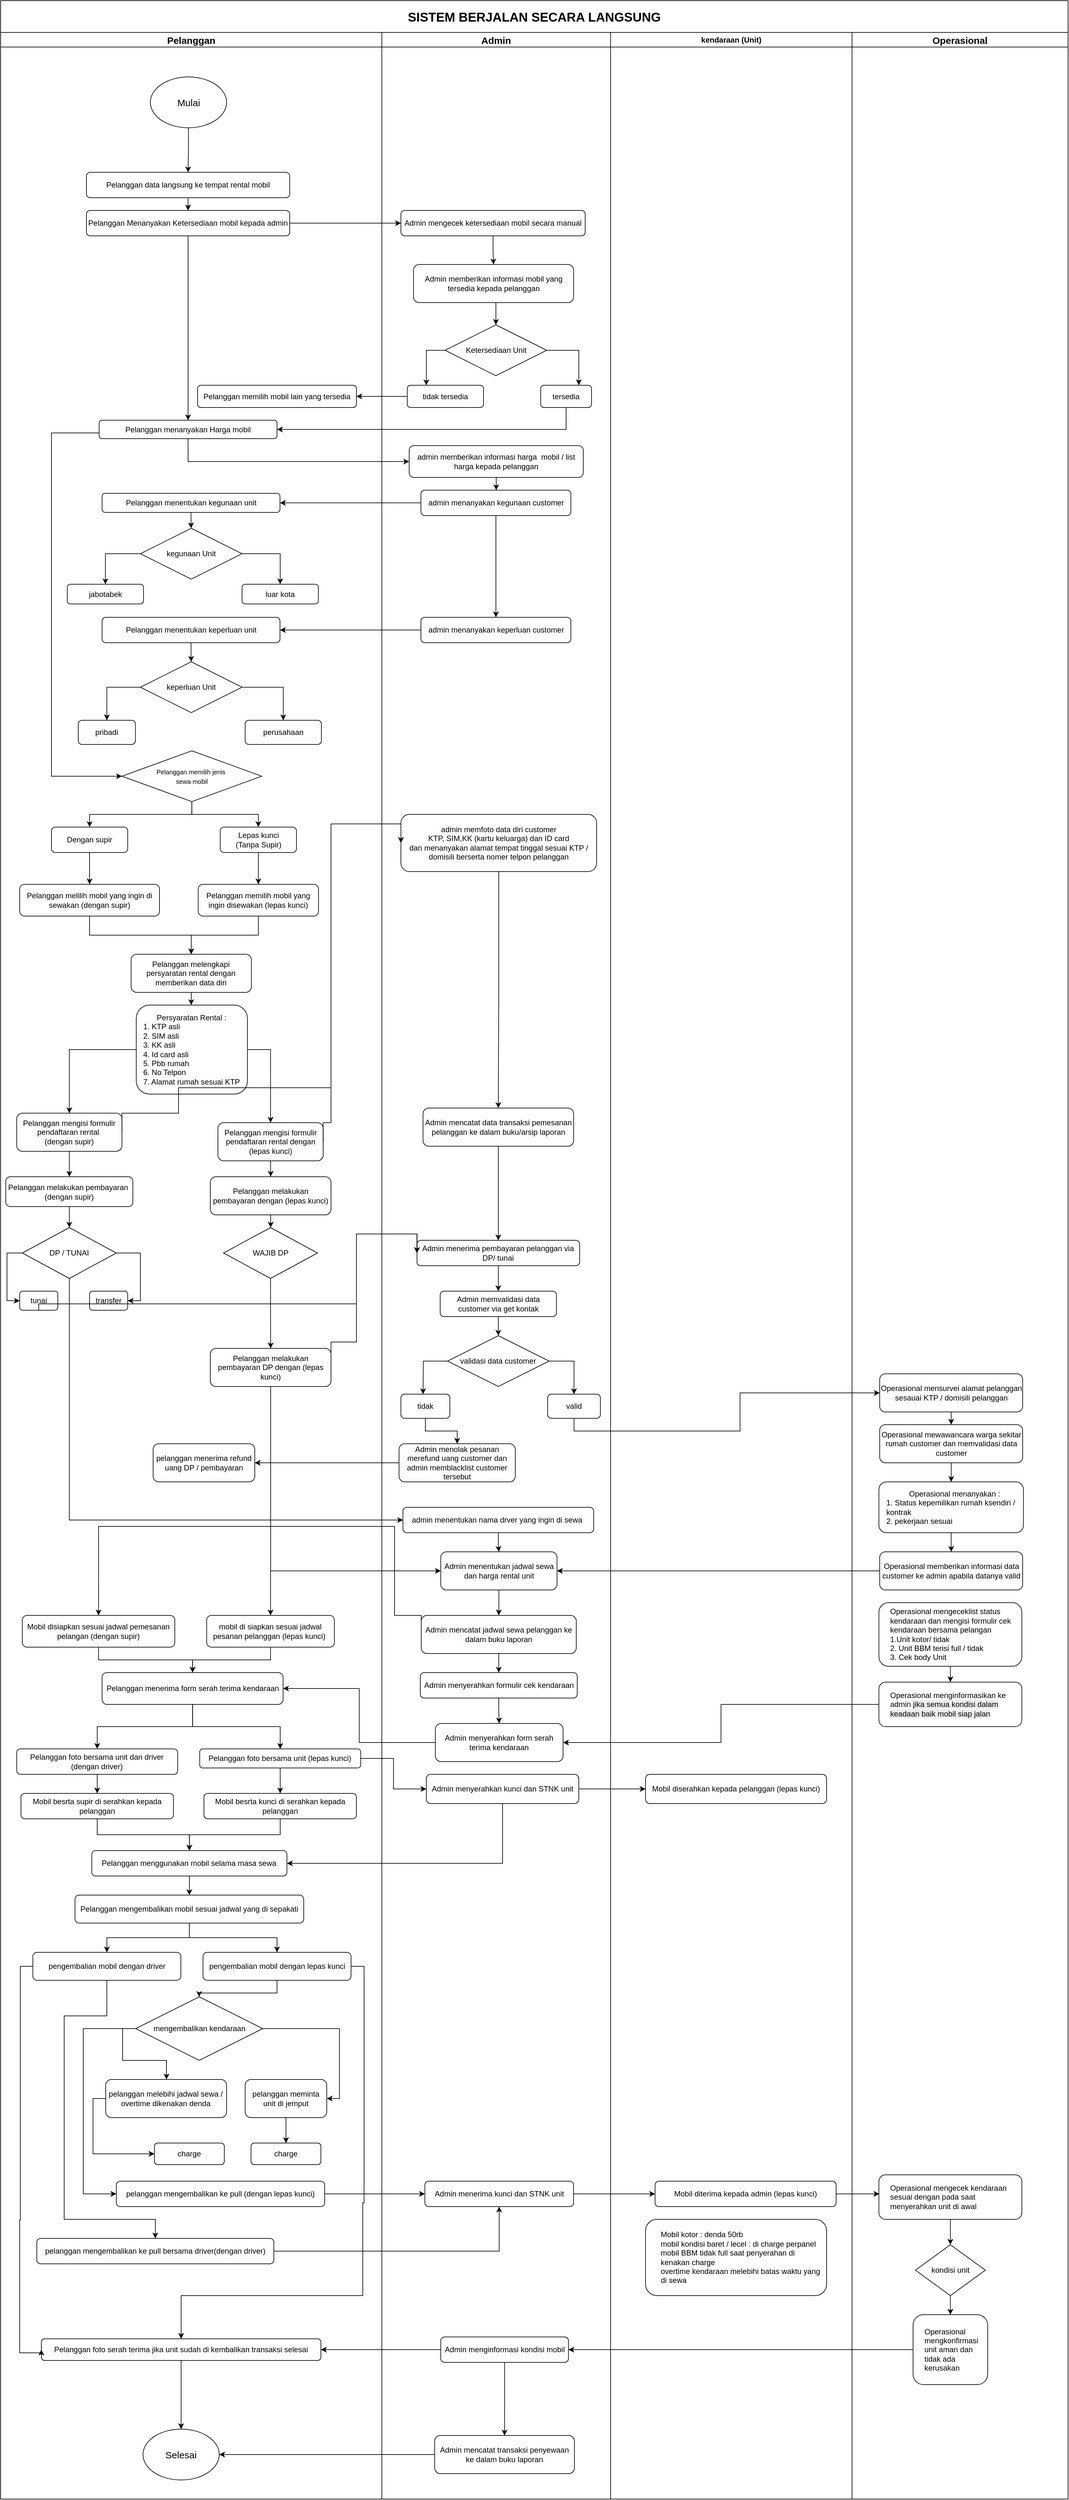
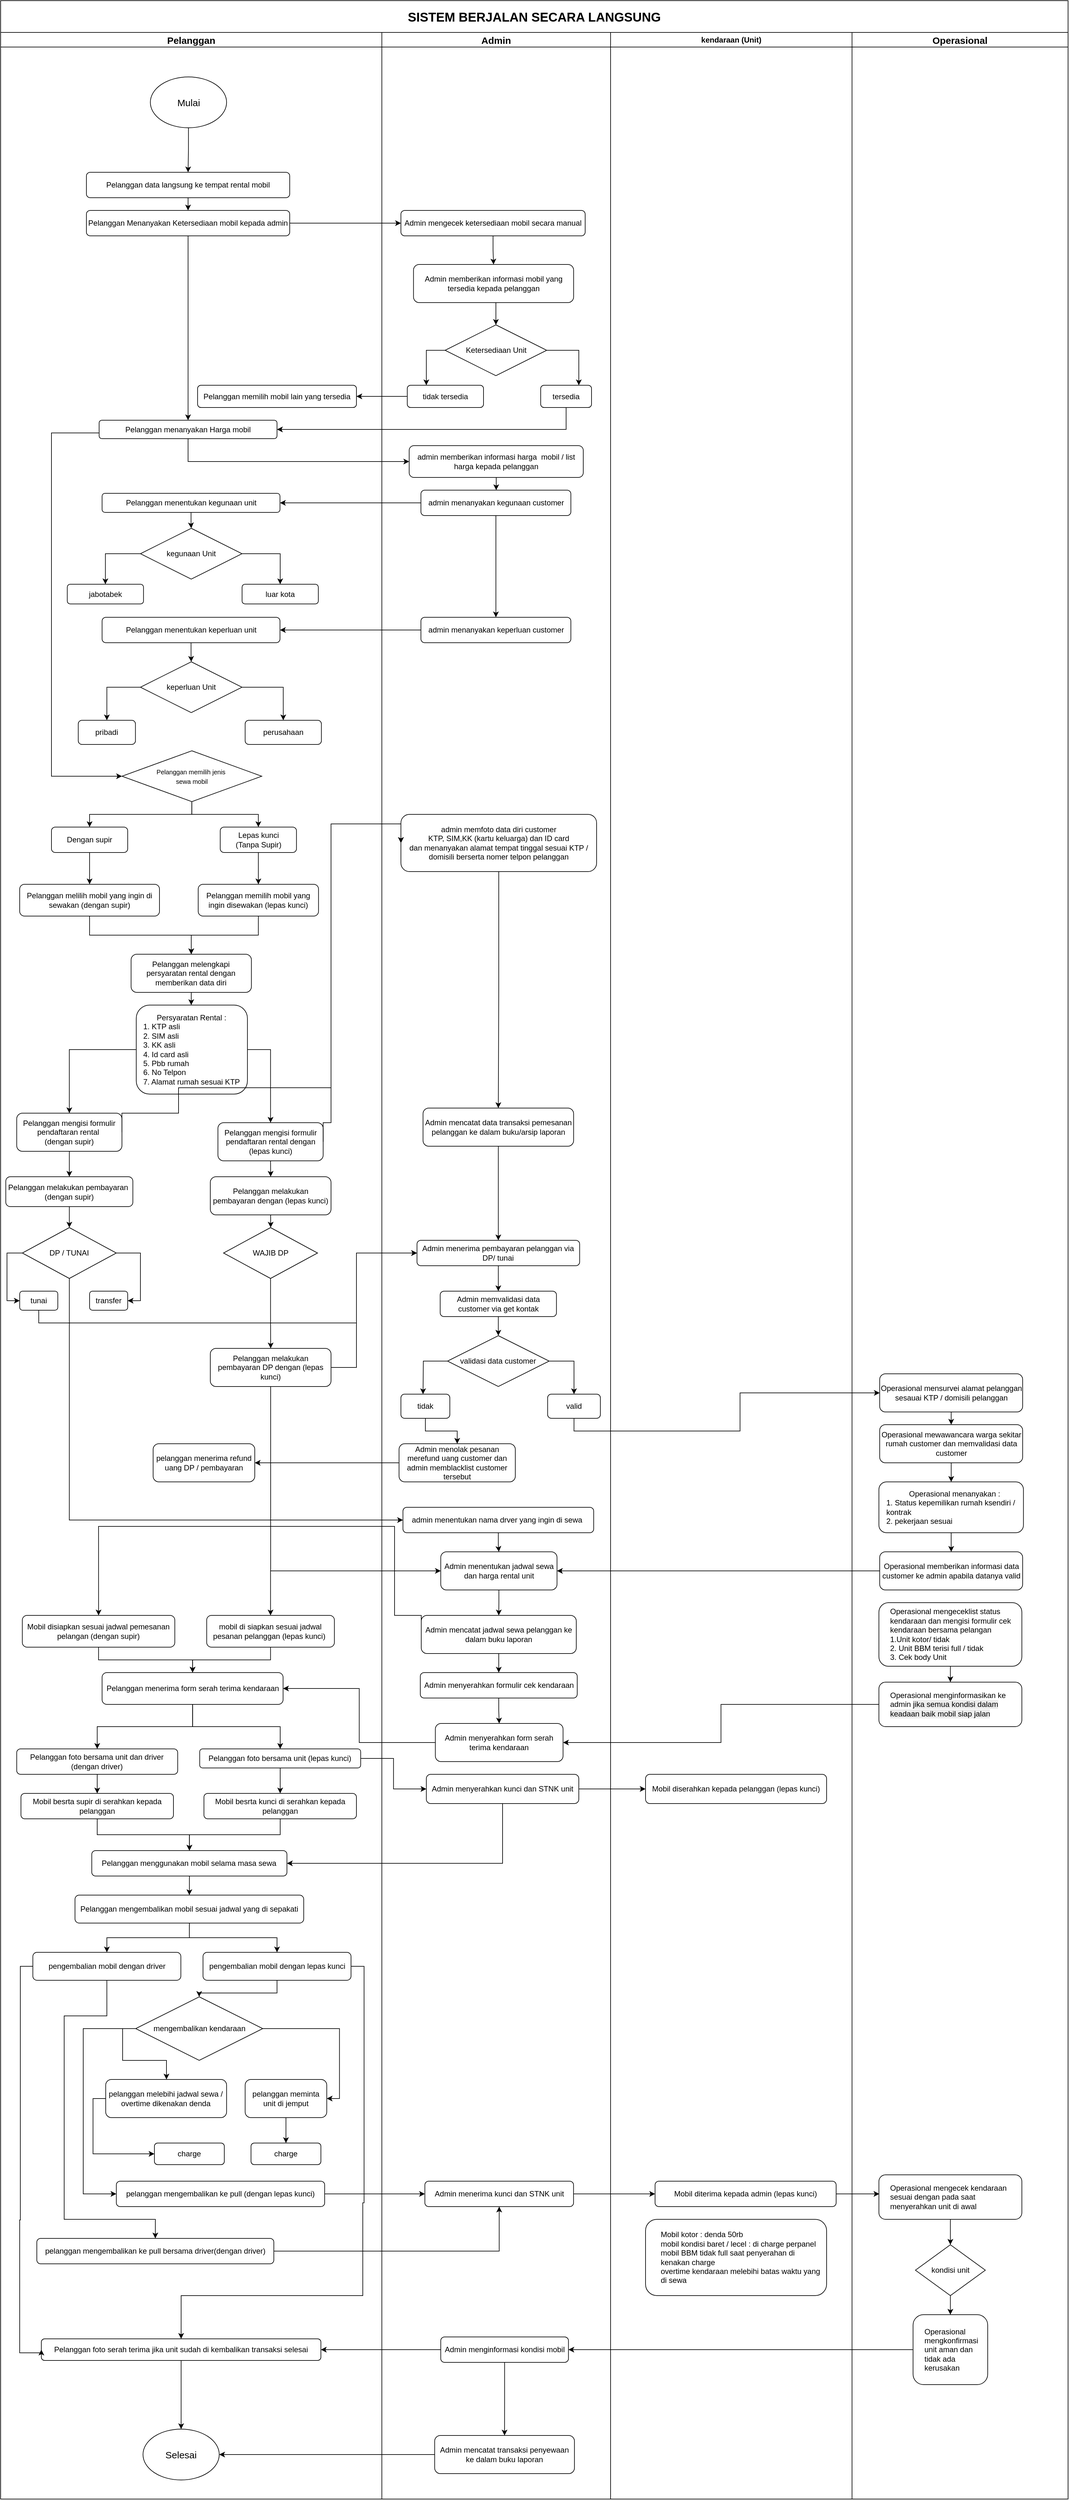
<mxfile host="Electron" agent="Mozilla/5.0 (Windows NT 10.0; Win64; x64) AppleWebKit/537.36 (KHTML, like Gecko) draw.io/28.2.8 Chrome/140.0.7339.240 Electron/38.4.0 Safari/537.36" version="28.2.8">
  <diagram name="Page-1" id="3ExR5CeUV8uwTbLbcqlm">
-     <mxGraphModel dx="580" dy="1031" grid="1" gridSize="10" guides="1" tooltips="1" connect="1" arrows="1" fold="1" page="1" pageScale="1" pageWidth="850" pageHeight="1100" math="0" shadow="0">
+     <mxGraphModel dx="1332" dy="673" grid="1" gridSize="10" guides="1" tooltips="1" connect="1" arrows="1" fold="1" page="1" pageScale="1" pageWidth="850" pageHeight="1100" math="0" shadow="0">
      <root>
        <mxCell id="0" />
        <mxCell id="1" parent="0" />
        <mxCell id="uilmpYevZJx9ksJLMTtC-47" value="&lt;font style=&quot;font-size: 20px;&quot;&gt;SISTEM BERJALAN SECARA LANGSUNG&lt;/font&gt;" style="swimlane;whiteSpace=wrap;html=1;startSize=50;spacingBottom=15;spacingTop=15;" parent="1" vertex="1">
          <mxGeometry y="50" width="1680" height="3930" as="geometry" />
        </mxCell>
        <mxCell id="uilmpYevZJx9ksJLMTtC-48" value="&lt;font style=&quot;font-size: 15px;&quot;&gt;Pelanggan&lt;/font&gt;" style="swimlane;whiteSpace=wrap;html=1;movable=1;resizable=1;rotatable=1;deletable=1;editable=1;locked=0;connectable=1;align=center;" parent="uilmpYevZJx9ksJLMTtC-47" vertex="1">
          <mxGeometry y="50" width="600" height="3880" as="geometry" />
        </mxCell>
        <mxCell id="uilmpYevZJx9ksJLMTtC-163" style="edgeStyle=orthogonalEdgeStyle;rounded=0;orthogonalLoop=1;jettySize=auto;html=1;entryX=0.5;entryY=0;entryDx=0;entryDy=0;" parent="uilmpYevZJx9ksJLMTtC-48" source="uilmpYevZJx9ksJLMTtC-141" target="uilmpYevZJx9ksJLMTtC-142" edge="1">
          <mxGeometry relative="1" as="geometry">
            <mxPoint x="300" y="220" as="targetPoint" />
          </mxGeometry>
        </mxCell>
        <mxCell id="uilmpYevZJx9ksJLMTtC-141" value="&lt;font style=&quot;font-size: 15px;&quot;&gt;Mulai&lt;/font&gt;" style="ellipse;whiteSpace=wrap;html=1;" parent="uilmpYevZJx9ksJLMTtC-48" vertex="1">
          <mxGeometry x="235.63" y="70" width="120" height="80" as="geometry" />
        </mxCell>
        <mxCell id="uilmpYevZJx9ksJLMTtC-142" value="Pelanggan data langsung ke tempat rental mobil" style="rounded=1;whiteSpace=wrap;html=1;" parent="uilmpYevZJx9ksJLMTtC-48" vertex="1">
          <mxGeometry x="135" y="220" width="320" height="40" as="geometry" />
        </mxCell>
        <mxCell id="uilmpYevZJx9ksJLMTtC-144" value="Pelanggan Menanyakan Ketersediaan mobil kepada admin" style="rounded=1;whiteSpace=wrap;html=1;movable=1;resizable=1;rotatable=1;deletable=1;editable=1;locked=0;connectable=1;" parent="uilmpYevZJx9ksJLMTtC-48" vertex="1">
          <mxGeometry x="135" y="280" width="320" height="40" as="geometry" />
        </mxCell>
        <mxCell id="uilmpYevZJx9ksJLMTtC-146" style="edgeStyle=orthogonalEdgeStyle;rounded=0;orthogonalLoop=1;jettySize=auto;html=1;exitX=0.5;exitY=1;exitDx=0;exitDy=0;entryX=0.5;entryY=0;entryDx=0;entryDy=0;" parent="uilmpYevZJx9ksJLMTtC-48" source="uilmpYevZJx9ksJLMTtC-142" target="uilmpYevZJx9ksJLMTtC-144" edge="1">
          <mxGeometry relative="1" as="geometry">
            <mxPoint x="299.1" y="280" as="sourcePoint" />
            <mxPoint x="299.1" y="320" as="targetPoint" />
          </mxGeometry>
        </mxCell>
        <mxCell id="raI7AupLIZjUfxGPhtXs-1" style="edgeStyle=orthogonalEdgeStyle;rounded=0;orthogonalLoop=1;jettySize=auto;html=1;entryX=0.5;entryY=0;entryDx=0;entryDy=0;exitX=0.5;exitY=1;exitDx=0;exitDy=0;" parent="uilmpYevZJx9ksJLMTtC-48" source="uilmpYevZJx9ksJLMTtC-144" target="wEwMwpZStO12QLeAhf4E-19" edge="1">
          <mxGeometry relative="1" as="geometry">
            <mxPoint x="299.09" y="380" as="sourcePoint" />
            <mxPoint x="299.09" y="420" as="targetPoint" />
          </mxGeometry>
        </mxCell>
        <mxCell id="wEwMwpZStO12QLeAhf4E-17" value="Pelanggan memilih mobil lain yang tersedia" style="rounded=1;whiteSpace=wrap;html=1;" parent="uilmpYevZJx9ksJLMTtC-48" vertex="1">
          <mxGeometry x="310" y="555" width="250" height="35" as="geometry" />
        </mxCell>
        <mxCell id="wEwMwpZStO12QLeAhf4E-49" style="edgeStyle=orthogonalEdgeStyle;rounded=0;orthogonalLoop=1;jettySize=auto;html=1;exitX=0;exitY=0.5;exitDx=0;exitDy=0;entryX=0;entryY=0.5;entryDx=0;entryDy=0;" parent="uilmpYevZJx9ksJLMTtC-48" source="wEwMwpZStO12QLeAhf4E-19" target="wEwMwpZStO12QLeAhf4E-51" edge="1">
          <mxGeometry relative="1" as="geometry">
            <mxPoint x="170" y="1440" as="targetPoint" />
            <Array as="points">
              <mxPoint x="155" y="630" />
              <mxPoint x="80" y="630" />
              <mxPoint x="80" y="1170" />
            </Array>
          </mxGeometry>
        </mxCell>
        <mxCell id="CMLTtE8jSu81u8HyvpTC-1" style="edgeStyle=orthogonalEdgeStyle;rounded=0;orthogonalLoop=1;jettySize=auto;html=1;exitX=0.5;exitY=1;exitDx=0;exitDy=0;entryX=0.5;entryY=0;entryDx=0;entryDy=0;" parent="uilmpYevZJx9ksJLMTtC-48" source="wEwMwpZStO12QLeAhf4E-51" target="wEwMwpZStO12QLeAhf4E-52" edge="1">
          <mxGeometry relative="1" as="geometry" />
        </mxCell>
        <mxCell id="CMLTtE8jSu81u8HyvpTC-2" style="edgeStyle=orthogonalEdgeStyle;rounded=0;orthogonalLoop=1;jettySize=auto;html=1;exitX=0.5;exitY=1;exitDx=0;exitDy=0;entryX=0.5;entryY=0;entryDx=0;entryDy=0;" parent="uilmpYevZJx9ksJLMTtC-48" source="wEwMwpZStO12QLeAhf4E-51" target="wEwMwpZStO12QLeAhf4E-198" edge="1">
          <mxGeometry relative="1" as="geometry" />
        </mxCell>
        <mxCell id="wEwMwpZStO12QLeAhf4E-51" value="&lt;font style=&quot;font-size: 10px;&quot;&gt;Pelanggan memilih jenis&amp;nbsp;&lt;/font&gt;&lt;div&gt;&lt;font style=&quot;font-size: 10px;&quot;&gt;sewa mobil&lt;/font&gt;&lt;/div&gt;" style="rhombus;whiteSpace=wrap;html=1;" parent="uilmpYevZJx9ksJLMTtC-48" vertex="1">
          <mxGeometry x="190.94" y="1130" width="220" height="80" as="geometry" />
        </mxCell>
        <mxCell id="wEwMwpZStO12QLeAhf4E-52" value="Lepas kunci&lt;div&gt;(Tanpa Supir)&lt;/div&gt;" style="rounded=1;whiteSpace=wrap;html=1;movable=1;resizable=1;rotatable=1;deletable=1;editable=1;locked=0;connectable=1;" parent="uilmpYevZJx9ksJLMTtC-48" vertex="1">
          <mxGeometry x="345.63" y="1250" width="120" height="40" as="geometry" />
        </mxCell>
        <mxCell id="wEwMwpZStO12QLeAhf4E-54" style="edgeStyle=orthogonalEdgeStyle;rounded=0;orthogonalLoop=1;jettySize=auto;html=1;labelBorderColor=default;exitX=0.5;exitY=1;exitDx=0;exitDy=0;entryX=0.5;entryY=0;entryDx=0;entryDy=0;" parent="uilmpYevZJx9ksJLMTtC-48" source="wEwMwpZStO12QLeAhf4E-52" target="wEwMwpZStO12QLeAhf4E-55" edge="1">
          <mxGeometry relative="1" as="geometry">
            <mxPoint x="323.39" y="1430" as="sourcePoint" />
            <mxPoint x="414.68499999999995" y="1450" as="targetPoint" />
          </mxGeometry>
        </mxCell>
        <mxCell id="wEwMwpZStO12QLeAhf4E-59" value="" style="edgeStyle=orthogonalEdgeStyle;rounded=0;orthogonalLoop=1;jettySize=auto;html=1;entryX=0.5;entryY=0;entryDx=0;entryDy=0;exitX=0.5;exitY=1;exitDx=0;exitDy=0;" parent="uilmpYevZJx9ksJLMTtC-48" source="wEwMwpZStO12QLeAhf4E-55" target="wEwMwpZStO12QLeAhf4E-58" edge="1">
          <mxGeometry relative="1" as="geometry">
            <mxPoint x="414.68499999999995" y="1510" as="sourcePoint" />
            <Array as="points">
              <mxPoint x="406" y="1420" />
              <mxPoint x="300" y="1420" />
            </Array>
          </mxGeometry>
        </mxCell>
        <mxCell id="wEwMwpZStO12QLeAhf4E-55" value="Pelanggan memilih mobil yang ingin disewakan (lepas kunci)" style="rounded=1;whiteSpace=wrap;html=1;movable=1;resizable=1;rotatable=1;deletable=1;editable=1;locked=0;connectable=1;" parent="uilmpYevZJx9ksJLMTtC-48" vertex="1">
          <mxGeometry x="310.95" y="1340" width="189.37" height="50" as="geometry" />
        </mxCell>
        <mxCell id="CMLTtE8jSu81u8HyvpTC-7" value="" style="edgeStyle=orthogonalEdgeStyle;rounded=0;orthogonalLoop=1;jettySize=auto;html=1;" parent="uilmpYevZJx9ksJLMTtC-48" source="wEwMwpZStO12QLeAhf4E-58" target="wEwMwpZStO12QLeAhf4E-60" edge="1">
          <mxGeometry relative="1" as="geometry" />
        </mxCell>
        <mxCell id="wEwMwpZStO12QLeAhf4E-58" value="Pelanggan melengkapi persyaratan rental dengan memberikan data diri" style="rounded=1;whiteSpace=wrap;html=1;" parent="uilmpYevZJx9ksJLMTtC-48" vertex="1">
          <mxGeometry x="205.32000000000005" y="1450" width="189.37" height="60" as="geometry" />
        </mxCell>
        <mxCell id="CMLTtE8jSu81u8HyvpTC-179" style="edgeStyle=orthogonalEdgeStyle;rounded=0;orthogonalLoop=1;jettySize=auto;html=1;exitX=0;exitY=0.5;exitDx=0;exitDy=0;entryX=0.5;entryY=0;entryDx=0;entryDy=0;" parent="uilmpYevZJx9ksJLMTtC-48" source="wEwMwpZStO12QLeAhf4E-60" target="CMLTtE8jSu81u8HyvpTC-12" edge="1">
          <mxGeometry relative="1" as="geometry" />
        </mxCell>
        <mxCell id="CMLTtE8jSu81u8HyvpTC-180" style="edgeStyle=orthogonalEdgeStyle;rounded=0;orthogonalLoop=1;jettySize=auto;html=1;exitX=1;exitY=0.5;exitDx=0;exitDy=0;entryX=0.5;entryY=0;entryDx=0;entryDy=0;" parent="uilmpYevZJx9ksJLMTtC-48" source="wEwMwpZStO12QLeAhf4E-60" target="CMLTtE8jSu81u8HyvpTC-178" edge="1">
          <mxGeometry relative="1" as="geometry">
            <mxPoint x="422.0250000000001" y="1830" as="targetPoint" />
          </mxGeometry>
        </mxCell>
        <mxCell id="wEwMwpZStO12QLeAhf4E-60" value="Persyaratan Rental :&lt;br&gt;&lt;div style=&quot;text-align: left;&quot;&gt;&lt;span style=&quot;background-color: transparent; color: light-dark(rgb(0, 0, 0), rgb(255, 255, 255));&quot;&gt;1. KTP asli&lt;/span&gt;&lt;/div&gt;&lt;div&gt;&lt;div style=&quot;text-align: left;&quot;&gt;&lt;span style=&quot;background-color: transparent; color: light-dark(rgb(0, 0, 0), rgb(255, 255, 255));&quot;&gt;2. SIM asli&lt;/span&gt;&lt;/div&gt;&lt;div style=&quot;text-align: left;&quot;&gt;&lt;span style=&quot;background-color: transparent; color: light-dark(rgb(0, 0, 0), rgb(255, 255, 255));&quot;&gt;3. KK asli&lt;/span&gt;&lt;/div&gt;&lt;div style=&quot;text-align: left;&quot;&gt;&lt;span style=&quot;background-color: transparent; color: light-dark(rgb(0, 0, 0), rgb(255, 255, 255));&quot;&gt;4. Id card asli&lt;/span&gt;&lt;/div&gt;&lt;div style=&quot;text-align: left;&quot;&gt;&lt;span style=&quot;background-color: transparent; color: light-dark(rgb(0, 0, 0), rgb(255, 255, 255));&quot;&gt;5. Pbb rumah&lt;/span&gt;&lt;/div&gt;&lt;div style=&quot;text-align: left;&quot;&gt;&lt;span style=&quot;background-color: transparent; color: light-dark(rgb(0, 0, 0), rgb(255, 255, 255));&quot;&gt;6. No Telpon&lt;/span&gt;&lt;/div&gt;&lt;div style=&quot;text-align: left;&quot;&gt;&lt;span style=&quot;background-color: transparent; color: light-dark(rgb(0, 0, 0), rgb(255, 255, 255));&quot;&gt;7. Alamat rumah sesuai KTP&lt;/span&gt;&lt;/div&gt;&lt;/div&gt;" style="rounded=1;whiteSpace=wrap;html=1;align=center;" parent="uilmpYevZJx9ksJLMTtC-48" vertex="1">
          <mxGeometry x="213.44" y="1530" width="175" height="140" as="geometry" />
        </mxCell>
        <mxCell id="CMLTtE8jSu81u8HyvpTC-361" style="edgeStyle=orthogonalEdgeStyle;rounded=0;orthogonalLoop=1;jettySize=auto;html=1;exitX=0.5;exitY=1;exitDx=0;exitDy=0;entryX=0.5;entryY=0;entryDx=0;entryDy=0;" parent="uilmpYevZJx9ksJLMTtC-48" source="wEwMwpZStO12QLeAhf4E-183" target="CMLTtE8jSu81u8HyvpTC-360" edge="1">
          <mxGeometry relative="1" as="geometry" />
        </mxCell>
        <mxCell id="wEwMwpZStO12QLeAhf4E-183" value="Pelanggan melakukan pembayaran&amp;nbsp;&lt;div&gt;(dengan supir)&lt;/div&gt;" style="rounded=1;whiteSpace=wrap;html=1;" parent="uilmpYevZJx9ksJLMTtC-48" vertex="1">
          <mxGeometry x="8.119999999999997" y="1800" width="200" height="47" as="geometry" />
        </mxCell>
        <mxCell id="wEwMwpZStO12QLeAhf4E-203" value="" style="edgeStyle=orthogonalEdgeStyle;rounded=0;orthogonalLoop=1;jettySize=auto;html=1;" parent="uilmpYevZJx9ksJLMTtC-48" source="wEwMwpZStO12QLeAhf4E-198" target="wEwMwpZStO12QLeAhf4E-201" edge="1">
          <mxGeometry relative="1" as="geometry" />
        </mxCell>
        <mxCell id="wEwMwpZStO12QLeAhf4E-198" value="Dengan supir" style="rounded=1;whiteSpace=wrap;html=1;" parent="uilmpYevZJx9ksJLMTtC-48" vertex="1">
          <mxGeometry x="80" y="1250" width="120" height="40" as="geometry" />
        </mxCell>
        <mxCell id="CMLTtE8jSu81u8HyvpTC-362" style="edgeStyle=orthogonalEdgeStyle;rounded=0;orthogonalLoop=1;jettySize=auto;html=1;exitX=0.5;exitY=1;exitDx=0;exitDy=0;entryX=0.5;entryY=0;entryDx=0;entryDy=0;" parent="uilmpYevZJx9ksJLMTtC-48" source="wEwMwpZStO12QLeAhf4E-201" target="wEwMwpZStO12QLeAhf4E-58" edge="1">
          <mxGeometry relative="1" as="geometry" />
        </mxCell>
        <mxCell id="wEwMwpZStO12QLeAhf4E-201" value="Pelanggan melilih mobil yang ingin di sewakan (dengan supir)" style="rounded=1;whiteSpace=wrap;html=1;" parent="uilmpYevZJx9ksJLMTtC-48" vertex="1">
          <mxGeometry x="30" y="1340" width="220" height="50" as="geometry" />
        </mxCell>
        <mxCell id="wEwMwpZStO12QLeAhf4E-385" value="" style="edgeStyle=orthogonalEdgeStyle;rounded=0;orthogonalLoop=1;jettySize=auto;html=1;" parent="uilmpYevZJx9ksJLMTtC-48" source="wEwMwpZStO12QLeAhf4E-381" target="wEwMwpZStO12QLeAhf4E-384" edge="1">
          <mxGeometry relative="1" as="geometry" />
        </mxCell>
        <mxCell id="CMLTtE8jSu81u8HyvpTC-569" style="edgeStyle=orthogonalEdgeStyle;rounded=0;orthogonalLoop=1;jettySize=auto;html=1;exitX=0.5;exitY=1;exitDx=0;exitDy=0;entryX=0.5;entryY=0;entryDx=0;entryDy=0;" parent="uilmpYevZJx9ksJLMTtC-48" source="wEwMwpZStO12QLeAhf4E-381" target="CMLTtE8jSu81u8HyvpTC-568" edge="1">
          <mxGeometry relative="1" as="geometry" />
        </mxCell>
        <mxCell id="wEwMwpZStO12QLeAhf4E-381" value="Pelanggan menerima form serah terima kendaraan" style="rounded=1;whiteSpace=wrap;html=1;" parent="uilmpYevZJx9ksJLMTtC-48" vertex="1">
          <mxGeometry x="159.68" y="2580" width="284.87" height="50" as="geometry" />
        </mxCell>
        <mxCell id="CMLTtE8jSu81u8HyvpTC-572" value="" style="edgeStyle=orthogonalEdgeStyle;rounded=0;orthogonalLoop=1;jettySize=auto;html=1;" parent="uilmpYevZJx9ksJLMTtC-48" source="wEwMwpZStO12QLeAhf4E-384" target="CMLTtE8jSu81u8HyvpTC-571" edge="1">
          <mxGeometry relative="1" as="geometry" />
        </mxCell>
        <mxCell id="wEwMwpZStO12QLeAhf4E-384" value="Pelanggan foto bersama unit (lepas kunci)" style="rounded=1;whiteSpace=wrap;html=1;" parent="uilmpYevZJx9ksJLMTtC-48" vertex="1">
          <mxGeometry x="313.31" y="2700" width="253.37" height="30" as="geometry" />
        </mxCell>
        <mxCell id="CMLTtE8jSu81u8HyvpTC-12" value="Pelanggan mengisi formulir pendaftaran rental&amp;nbsp;&lt;div&gt;(dengan supir)&lt;/div&gt;" style="rounded=1;whiteSpace=wrap;html=1;" parent="uilmpYevZJx9ksJLMTtC-48" vertex="1">
          <mxGeometry x="25.309999999999988" y="1700" width="165.63" height="60" as="geometry" />
        </mxCell>
        <mxCell id="CMLTtE8jSu81u8HyvpTC-355" style="edgeStyle=orthogonalEdgeStyle;rounded=0;orthogonalLoop=1;jettySize=auto;html=1;exitX=0.5;exitY=1;exitDx=0;exitDy=0;entryX=0.5;entryY=0;entryDx=0;entryDy=0;" parent="uilmpYevZJx9ksJLMTtC-48" source="CMLTtE8jSu81u8HyvpTC-178" target="CMLTtE8jSu81u8HyvpTC-352" edge="1">
          <mxGeometry relative="1" as="geometry">
            <mxPoint x="422.0250000000001" y="1890" as="sourcePoint" />
            <mxPoint x="422.02999999999975" y="1933" as="targetPoint" />
          </mxGeometry>
        </mxCell>
        <mxCell id="CMLTtE8jSu81u8HyvpTC-357" value="" style="edgeStyle=orthogonalEdgeStyle;rounded=0;orthogonalLoop=1;jettySize=auto;html=1;exitX=0.5;exitY=1;exitDx=0;exitDy=0;" parent="uilmpYevZJx9ksJLMTtC-48" source="CMLTtE8jSu81u8HyvpTC-352" target="CMLTtE8jSu81u8HyvpTC-356" edge="1">
          <mxGeometry relative="1" as="geometry">
            <mxPoint x="430" y="1870" as="sourcePoint" />
          </mxGeometry>
        </mxCell>
        <mxCell id="CMLTtE8jSu81u8HyvpTC-352" value="Pelanggan melakukan pembayaran dengan (lepas kunci)" style="rounded=1;whiteSpace=wrap;html=1;" parent="uilmpYevZJx9ksJLMTtC-48" vertex="1">
          <mxGeometry x="330" y="1800" width="190" height="60" as="geometry" />
        </mxCell>
        <mxCell id="CMLTtE8jSu81u8HyvpTC-354" style="edgeStyle=orthogonalEdgeStyle;rounded=0;orthogonalLoop=1;jettySize=auto;html=1;exitX=0.5;exitY=1;exitDx=0;exitDy=0;entryX=0.5;entryY=0;entryDx=0;entryDy=0;" parent="uilmpYevZJx9ksJLMTtC-48" source="CMLTtE8jSu81u8HyvpTC-12" target="wEwMwpZStO12QLeAhf4E-183" edge="1">
          <mxGeometry relative="1" as="geometry" />
        </mxCell>
        <mxCell id="wEwMwpZStO12QLeAhf4E-210" value="pelanggan menerima refund uang DP / pembayaran" style="rounded=1;whiteSpace=wrap;html=1;" parent="uilmpYevZJx9ksJLMTtC-48" vertex="1">
          <mxGeometry x="240.00000000000006" y="2220" width="160" height="60" as="geometry" />
        </mxCell>
        <mxCell id="CMLTtE8jSu81u8HyvpTC-371" style="edgeStyle=orthogonalEdgeStyle;rounded=0;orthogonalLoop=1;jettySize=auto;html=1;exitX=0.5;exitY=1;exitDx=0;exitDy=0;entryX=0.5;entryY=0;entryDx=0;entryDy=0;" parent="uilmpYevZJx9ksJLMTtC-48" source="CMLTtE8jSu81u8HyvpTC-356" target="CMLTtE8jSu81u8HyvpTC-359" edge="1">
          <mxGeometry relative="1" as="geometry" />
        </mxCell>
        <mxCell id="CMLTtE8jSu81u8HyvpTC-356" value="WAJIB DP" style="rhombus;whiteSpace=wrap;html=1;" parent="uilmpYevZJx9ksJLMTtC-48" vertex="1">
          <mxGeometry x="350.8299999999999" y="1880" width="147.97" height="80" as="geometry" />
        </mxCell>
        <mxCell id="CMLTtE8jSu81u8HyvpTC-359" value="Pelanggan melakukan pembayaran DP dengan (lepas kunci)" style="rounded=1;whiteSpace=wrap;html=1;" parent="uilmpYevZJx9ksJLMTtC-48" vertex="1">
          <mxGeometry x="329.9999999999999" y="2070" width="190" height="60" as="geometry" />
        </mxCell>
        <mxCell id="CMLTtE8jSu81u8HyvpTC-367" style="edgeStyle=orthogonalEdgeStyle;rounded=0;orthogonalLoop=1;jettySize=auto;html=1;exitX=1;exitY=0.5;exitDx=0;exitDy=0;entryX=1;entryY=0.5;entryDx=0;entryDy=0;" parent="uilmpYevZJx9ksJLMTtC-48" source="CMLTtE8jSu81u8HyvpTC-360" target="CMLTtE8jSu81u8HyvpTC-366" edge="1">
          <mxGeometry relative="1" as="geometry" />
        </mxCell>
        <mxCell id="CMLTtE8jSu81u8HyvpTC-368" style="edgeStyle=orthogonalEdgeStyle;rounded=0;orthogonalLoop=1;jettySize=auto;html=1;exitX=0;exitY=0.5;exitDx=0;exitDy=0;entryX=0;entryY=0.5;entryDx=0;entryDy=0;" parent="uilmpYevZJx9ksJLMTtC-48" source="CMLTtE8jSu81u8HyvpTC-360" target="CMLTtE8jSu81u8HyvpTC-365" edge="1">
          <mxGeometry relative="1" as="geometry" />
        </mxCell>
        <mxCell id="CMLTtE8jSu81u8HyvpTC-360" value="DP / TUNAI" style="rhombus;whiteSpace=wrap;html=1;" parent="uilmpYevZJx9ksJLMTtC-48" vertex="1">
          <mxGeometry x="34.139999999999986" y="1880" width="147.97" height="80" as="geometry" />
        </mxCell>
        <mxCell id="wEwMwpZStO12QLeAhf4E-19" value="Pelanggan menanyakan Harga mobil" style="rounded=1;whiteSpace=wrap;html=1;" parent="uilmpYevZJx9ksJLMTtC-48" vertex="1">
          <mxGeometry x="155" y="610" width="280" height="29" as="geometry" />
        </mxCell>
        <mxCell id="wEwMwpZStO12QLeAhf4E-36" value="Pelanggan menentukan kegunaan unit" style="rounded=1;whiteSpace=wrap;html=1;movable=1;resizable=1;rotatable=1;deletable=1;editable=1;locked=0;connectable=1;" parent="uilmpYevZJx9ksJLMTtC-48" vertex="1">
          <mxGeometry x="159.68" y="725" width="280" height="30" as="geometry" />
        </mxCell>
        <mxCell id="wEwMwpZStO12QLeAhf4E-29" value="kegunaan Unit" style="rhombus;whiteSpace=wrap;html=1;" parent="uilmpYevZJx9ksJLMTtC-48" vertex="1">
          <mxGeometry x="220" y="780" width="160" height="80" as="geometry" />
        </mxCell>
        <mxCell id="wEwMwpZStO12QLeAhf4E-32" value="luar kota" style="rounded=1;whiteSpace=wrap;html=1;" parent="uilmpYevZJx9ksJLMTtC-48" vertex="1">
          <mxGeometry x="380" y="868" width="120" height="31" as="geometry" />
        </mxCell>
        <mxCell id="wEwMwpZStO12QLeAhf4E-31" value="jabotabek" style="rounded=1;whiteSpace=wrap;html=1;" parent="uilmpYevZJx9ksJLMTtC-48" vertex="1">
          <mxGeometry x="104.87" y="868" width="120" height="31" as="geometry" />
        </mxCell>
        <mxCell id="wEwMwpZStO12QLeAhf4E-33" style="edgeStyle=orthogonalEdgeStyle;rounded=0;orthogonalLoop=1;jettySize=auto;html=1;exitX=1;exitY=0.5;exitDx=0;exitDy=0;entryX=0.5;entryY=0;entryDx=0;entryDy=0;" parent="uilmpYevZJx9ksJLMTtC-48" source="wEwMwpZStO12QLeAhf4E-29" target="wEwMwpZStO12QLeAhf4E-32" edge="1">
          <mxGeometry relative="1" as="geometry" />
        </mxCell>
        <mxCell id="wEwMwpZStO12QLeAhf4E-34" style="edgeStyle=orthogonalEdgeStyle;rounded=0;orthogonalLoop=1;jettySize=auto;html=1;exitX=0;exitY=0.5;exitDx=0;exitDy=0;entryX=0.5;entryY=0;entryDx=0;entryDy=0;" parent="uilmpYevZJx9ksJLMTtC-48" source="wEwMwpZStO12QLeAhf4E-29" target="wEwMwpZStO12QLeAhf4E-31" edge="1">
          <mxGeometry relative="1" as="geometry" />
        </mxCell>
        <mxCell id="wEwMwpZStO12QLeAhf4E-30" value="" style="edgeStyle=orthogonalEdgeStyle;rounded=0;orthogonalLoop=1;jettySize=auto;html=1;exitX=0.5;exitY=1;exitDx=0;exitDy=0;" parent="uilmpYevZJx9ksJLMTtC-48" source="wEwMwpZStO12QLeAhf4E-36" target="wEwMwpZStO12QLeAhf4E-29" edge="1">
          <mxGeometry relative="1" as="geometry" />
        </mxCell>
        <mxCell id="wEwMwpZStO12QLeAhf4E-41" value="keperluan Unit" style="rhombus;whiteSpace=wrap;html=1;" parent="uilmpYevZJx9ksJLMTtC-48" vertex="1">
          <mxGeometry x="220" y="990" width="160" height="80" as="geometry" />
        </mxCell>
        <mxCell id="wEwMwpZStO12QLeAhf4E-42" value="perusahaan" style="rounded=1;whiteSpace=wrap;html=1;" parent="uilmpYevZJx9ksJLMTtC-48" vertex="1">
          <mxGeometry x="384.84000000000003" y="1082" width="120" height="38" as="geometry" />
        </mxCell>
        <mxCell id="wEwMwpZStO12QLeAhf4E-43" value="pribadi" style="rounded=1;whiteSpace=wrap;html=1;" parent="uilmpYevZJx9ksJLMTtC-48" vertex="1">
          <mxGeometry x="122.18" y="1082" width="90" height="38" as="geometry" />
        </mxCell>
        <mxCell id="wEwMwpZStO12QLeAhf4E-44" style="edgeStyle=orthogonalEdgeStyle;rounded=0;orthogonalLoop=1;jettySize=auto;html=1;exitX=1;exitY=0.5;exitDx=0;exitDy=0;entryX=0.5;entryY=0;entryDx=0;entryDy=0;" parent="uilmpYevZJx9ksJLMTtC-48" source="wEwMwpZStO12QLeAhf4E-41" target="wEwMwpZStO12QLeAhf4E-42" edge="1">
          <mxGeometry relative="1" as="geometry" />
        </mxCell>
        <mxCell id="wEwMwpZStO12QLeAhf4E-45" style="edgeStyle=orthogonalEdgeStyle;rounded=0;orthogonalLoop=1;jettySize=auto;html=1;exitX=0;exitY=0.5;exitDx=0;exitDy=0;entryX=0.5;entryY=0;entryDx=0;entryDy=0;" parent="uilmpYevZJx9ksJLMTtC-48" source="wEwMwpZStO12QLeAhf4E-41" target="wEwMwpZStO12QLeAhf4E-43" edge="1">
          <mxGeometry relative="1" as="geometry" />
        </mxCell>
        <mxCell id="wEwMwpZStO12QLeAhf4E-27" value="" style="edgeStyle=orthogonalEdgeStyle;rounded=0;orthogonalLoop=1;jettySize=auto;html=1;" parent="uilmpYevZJx9ksJLMTtC-48" source="wEwMwpZStO12QLeAhf4E-21" target="wEwMwpZStO12QLeAhf4E-26" edge="1">
          <mxGeometry relative="1" as="geometry" />
        </mxCell>
        <mxCell id="wEwMwpZStO12QLeAhf4E-21" value="admin memberikan informasi harga&amp;nbsp; mobil / list harga kepada pelanggan" style="rounded=1;whiteSpace=wrap;html=1;" parent="uilmpYevZJx9ksJLMTtC-48" vertex="1">
          <mxGeometry x="643" y="650" width="274" height="50" as="geometry" />
        </mxCell>
        <mxCell id="wEwMwpZStO12QLeAhf4E-39" style="edgeStyle=orthogonalEdgeStyle;rounded=0;orthogonalLoop=1;jettySize=auto;html=1;exitX=0.5;exitY=1;exitDx=0;exitDy=0;" parent="uilmpYevZJx9ksJLMTtC-48" source="wEwMwpZStO12QLeAhf4E-26" target="wEwMwpZStO12QLeAhf4E-38" edge="1">
          <mxGeometry relative="1" as="geometry" />
        </mxCell>
        <mxCell id="wEwMwpZStO12QLeAhf4E-26" value="admin menanyakan kegunaan customer" style="rounded=1;whiteSpace=wrap;html=1;" parent="uilmpYevZJx9ksJLMTtC-48" vertex="1">
          <mxGeometry x="661.5" y="720" width="236" height="40" as="geometry" />
        </mxCell>
        <mxCell id="wEwMwpZStO12QLeAhf4E-40" value="Pelanggan menentukan keperluan unit" style="rounded=1;whiteSpace=wrap;html=1;" parent="uilmpYevZJx9ksJLMTtC-48" vertex="1">
          <mxGeometry x="159.68" y="920" width="280" height="40" as="geometry" />
        </mxCell>
        <mxCell id="wEwMwpZStO12QLeAhf4E-47" style="edgeStyle=orthogonalEdgeStyle;rounded=0;orthogonalLoop=1;jettySize=auto;html=1;exitX=0;exitY=0.5;exitDx=0;exitDy=0;entryX=1;entryY=0.5;entryDx=0;entryDy=0;" parent="uilmpYevZJx9ksJLMTtC-48" source="wEwMwpZStO12QLeAhf4E-38" target="wEwMwpZStO12QLeAhf4E-40" edge="1">
          <mxGeometry relative="1" as="geometry" />
        </mxCell>
        <mxCell id="wEwMwpZStO12QLeAhf4E-38" value="admin menanyakan keperluan customer" style="rounded=1;whiteSpace=wrap;html=1;" parent="uilmpYevZJx9ksJLMTtC-48" vertex="1">
          <mxGeometry x="661.5" y="920" width="236" height="40" as="geometry" />
        </mxCell>
        <mxCell id="wEwMwpZStO12QLeAhf4E-23" style="edgeStyle=orthogonalEdgeStyle;rounded=0;orthogonalLoop=1;jettySize=auto;html=1;exitX=0.5;exitY=1;exitDx=0;exitDy=0;entryX=0;entryY=0.5;entryDx=0;entryDy=0;" parent="uilmpYevZJx9ksJLMTtC-48" source="wEwMwpZStO12QLeAhf4E-19" target="wEwMwpZStO12QLeAhf4E-21" edge="1">
          <mxGeometry relative="1" as="geometry" />
        </mxCell>
        <mxCell id="wEwMwpZStO12QLeAhf4E-37" style="edgeStyle=orthogonalEdgeStyle;rounded=0;orthogonalLoop=1;jettySize=auto;html=1;exitX=0;exitY=0.5;exitDx=0;exitDy=0;entryX=1;entryY=0.5;entryDx=0;entryDy=0;" parent="uilmpYevZJx9ksJLMTtC-48" source="wEwMwpZStO12QLeAhf4E-26" target="wEwMwpZStO12QLeAhf4E-36" edge="1">
          <mxGeometry relative="1" as="geometry" />
        </mxCell>
        <mxCell id="wEwMwpZStO12QLeAhf4E-46" value="" style="edgeStyle=orthogonalEdgeStyle;rounded=0;orthogonalLoop=1;jettySize=auto;html=1;exitX=0.5;exitY=1;exitDx=0;exitDy=0;" parent="uilmpYevZJx9ksJLMTtC-48" source="wEwMwpZStO12QLeAhf4E-40" target="wEwMwpZStO12QLeAhf4E-41" edge="1">
          <mxGeometry relative="1" as="geometry">
            <mxPoint x="300" y="970" as="sourcePoint" />
          </mxGeometry>
        </mxCell>
        <mxCell id="CMLTtE8jSu81u8HyvpTC-178" value="Pelanggan mengisi formulir pendaftaran rental dengan (lepas kunci)" style="rounded=1;whiteSpace=wrap;html=1;" parent="uilmpYevZJx9ksJLMTtC-48" vertex="1">
          <mxGeometry x="342.00000000000006" y="1715" width="165.63" height="60" as="geometry" />
        </mxCell>
        <mxCell id="CMLTtE8jSu81u8HyvpTC-365" value="tunai" style="rounded=1;whiteSpace=wrap;html=1;" parent="uilmpYevZJx9ksJLMTtC-48" vertex="1">
          <mxGeometry x="30" y="1980" width="60" height="30" as="geometry" />
        </mxCell>
        <mxCell id="CMLTtE8jSu81u8HyvpTC-366" value="transfer" style="rounded=1;whiteSpace=wrap;html=1;" parent="uilmpYevZJx9ksJLMTtC-48" vertex="1">
          <mxGeometry x="140" y="1980" width="60" height="30" as="geometry" />
        </mxCell>
        <mxCell id="CMLTtE8jSu81u8HyvpTC-573" value="" style="edgeStyle=orthogonalEdgeStyle;rounded=0;orthogonalLoop=1;jettySize=auto;html=1;" parent="uilmpYevZJx9ksJLMTtC-48" source="CMLTtE8jSu81u8HyvpTC-552" target="uilmpYevZJx9ksJLMTtC-179" edge="1">
          <mxGeometry relative="1" as="geometry" />
        </mxCell>
        <mxCell id="CMLTtE8jSu81u8HyvpTC-552" value="Mobil besrta supir di serahkan kepada pelanggan" style="rounded=1;whiteSpace=wrap;html=1;" parent="uilmpYevZJx9ksJLMTtC-48" vertex="1">
          <mxGeometry x="31.99" y="2770" width="240" height="40" as="geometry" />
        </mxCell>
        <mxCell id="CMLTtE8jSu81u8HyvpTC-566" style="edgeStyle=orthogonalEdgeStyle;rounded=0;orthogonalLoop=1;jettySize=auto;html=1;exitX=0.5;exitY=1;exitDx=0;exitDy=0;entryX=0.5;entryY=0;entryDx=0;entryDy=0;" parent="uilmpYevZJx9ksJLMTtC-48" source="wEwMwpZStO12QLeAhf4E-217" target="wEwMwpZStO12QLeAhf4E-381" edge="1">
          <mxGeometry relative="1" as="geometry" />
        </mxCell>
        <mxCell id="wEwMwpZStO12QLeAhf4E-217" value="mobil di siapkan sesuai jadwal pesanan pelanggan (lepas kunci)&amp;nbsp;" style="rounded=1;whiteSpace=wrap;html=1;" parent="uilmpYevZJx9ksJLMTtC-48" vertex="1">
          <mxGeometry x="324.31" y="2490" width="201" height="50" as="geometry" />
        </mxCell>
        <mxCell id="CMLTtE8jSu81u8HyvpTC-567" style="edgeStyle=orthogonalEdgeStyle;rounded=0;orthogonalLoop=1;jettySize=auto;html=1;exitX=0.5;exitY=1;exitDx=0;exitDy=0;entryX=0.5;entryY=0;entryDx=0;entryDy=0;" parent="uilmpYevZJx9ksJLMTtC-48" source="CMLTtE8jSu81u8HyvpTC-550" target="wEwMwpZStO12QLeAhf4E-381" edge="1">
          <mxGeometry relative="1" as="geometry" />
        </mxCell>
        <mxCell id="CMLTtE8jSu81u8HyvpTC-550" value="Mobil disiapkan sesuai jadwal pemesanan pelangan (dengan supir)" style="rounded=1;whiteSpace=wrap;html=1;" parent="uilmpYevZJx9ksJLMTtC-48" vertex="1">
          <mxGeometry x="34.14000000000004" y="2490" width="240" height="50" as="geometry" />
        </mxCell>
        <mxCell id="CMLTtE8jSu81u8HyvpTC-570" value="" style="edgeStyle=orthogonalEdgeStyle;rounded=0;orthogonalLoop=1;jettySize=auto;html=1;" parent="uilmpYevZJx9ksJLMTtC-48" source="CMLTtE8jSu81u8HyvpTC-568" target="CMLTtE8jSu81u8HyvpTC-552" edge="1">
          <mxGeometry relative="1" as="geometry" />
        </mxCell>
        <mxCell id="CMLTtE8jSu81u8HyvpTC-568" value="Pelanggan foto bersama unit dan driver (dengan driver)" style="rounded=1;whiteSpace=wrap;html=1;" parent="uilmpYevZJx9ksJLMTtC-48" vertex="1">
          <mxGeometry x="25.31" y="2700" width="253.37" height="40" as="geometry" />
        </mxCell>
        <mxCell id="CMLTtE8jSu81u8HyvpTC-574" value="" style="edgeStyle=orthogonalEdgeStyle;rounded=0;orthogonalLoop=1;jettySize=auto;html=1;" parent="uilmpYevZJx9ksJLMTtC-48" source="CMLTtE8jSu81u8HyvpTC-571" target="uilmpYevZJx9ksJLMTtC-179" edge="1">
          <mxGeometry relative="1" as="geometry" />
        </mxCell>
        <mxCell id="CMLTtE8jSu81u8HyvpTC-571" value="Mobil besrta kunci di serahkan kepada pelanggan" style="rounded=1;whiteSpace=wrap;html=1;" parent="uilmpYevZJx9ksJLMTtC-48" vertex="1">
          <mxGeometry x="319.99" y="2770" width="240" height="40" as="geometry" />
        </mxCell>
        <mxCell id="wEwMwpZStO12QLeAhf4E-388" value="" style="edgeStyle=orthogonalEdgeStyle;rounded=0;orthogonalLoop=1;jettySize=auto;html=1;" parent="uilmpYevZJx9ksJLMTtC-48" source="uilmpYevZJx9ksJLMTtC-179" target="wEwMwpZStO12QLeAhf4E-387" edge="1">
          <mxGeometry relative="1" as="geometry" />
        </mxCell>
        <mxCell id="uilmpYevZJx9ksJLMTtC-179" value="Pelanggan menggunakan mobil selama masa sewa" style="rounded=1;whiteSpace=wrap;html=1;" parent="uilmpYevZJx9ksJLMTtC-48" vertex="1">
          <mxGeometry x="143.45" y="2860" width="307.18" height="40" as="geometry" />
        </mxCell>
        <mxCell id="wEwMwpZStO12QLeAhf4E-397" value="" style="edgeStyle=orthogonalEdgeStyle;rounded=0;orthogonalLoop=1;jettySize=auto;html=1;" parent="uilmpYevZJx9ksJLMTtC-48" source="wEwMwpZStO12QLeAhf4E-387" target="CMLTtE8jSu81u8HyvpTC-579" edge="1">
          <mxGeometry relative="1" as="geometry" />
        </mxCell>
        <mxCell id="CMLTtE8jSu81u8HyvpTC-580" style="edgeStyle=orthogonalEdgeStyle;rounded=0;orthogonalLoop=1;jettySize=auto;html=1;exitX=0.5;exitY=1;exitDx=0;exitDy=0;" parent="uilmpYevZJx9ksJLMTtC-48" source="wEwMwpZStO12QLeAhf4E-387" target="CMLTtE8jSu81u8HyvpTC-577" edge="1">
          <mxGeometry relative="1" as="geometry" />
        </mxCell>
        <mxCell id="wEwMwpZStO12QLeAhf4E-387" value="Pelanggan mengembalikan mobil sesuai jadwal yang di sepakati" style="rounded=1;whiteSpace=wrap;html=1;" parent="uilmpYevZJx9ksJLMTtC-48" vertex="1">
          <mxGeometry x="117.03999999999999" y="2930" width="360" height="44" as="geometry" />
        </mxCell>
        <mxCell id="wEwMwpZStO12QLeAhf4E-401" style="edgeStyle=orthogonalEdgeStyle;rounded=0;orthogonalLoop=1;jettySize=auto;html=1;exitX=1;exitY=0.5;exitDx=0;exitDy=0;entryX=1;entryY=0.5;entryDx=0;entryDy=0;" parent="uilmpYevZJx9ksJLMTtC-48" source="wEwMwpZStO12QLeAhf4E-396" target="wEwMwpZStO12QLeAhf4E-399" edge="1">
          <mxGeometry relative="1" as="geometry" />
        </mxCell>
        <mxCell id="wEwMwpZStO12QLeAhf4E-417" style="edgeStyle=orthogonalEdgeStyle;rounded=0;orthogonalLoop=1;jettySize=auto;html=1;exitX=0;exitY=0.5;exitDx=0;exitDy=0;" parent="uilmpYevZJx9ksJLMTtC-48" source="wEwMwpZStO12QLeAhf4E-396" target="wEwMwpZStO12QLeAhf4E-415" edge="1">
          <mxGeometry relative="1" as="geometry">
            <Array as="points">
              <mxPoint x="192" y="3140" />
              <mxPoint x="192" y="3190" />
              <mxPoint x="261" y="3190" />
            </Array>
          </mxGeometry>
        </mxCell>
        <mxCell id="CMLTtE8jSu81u8HyvpTC-585" style="edgeStyle=orthogonalEdgeStyle;rounded=0;orthogonalLoop=1;jettySize=auto;html=1;exitX=0;exitY=0.5;exitDx=0;exitDy=0;entryX=0;entryY=0.5;entryDx=0;entryDy=0;" parent="uilmpYevZJx9ksJLMTtC-48" source="wEwMwpZStO12QLeAhf4E-396" target="wEwMwpZStO12QLeAhf4E-398" edge="1">
          <mxGeometry relative="1" as="geometry">
            <mxPoint x="130" y="3400" as="targetPoint" />
            <Array as="points">
              <mxPoint x="130" y="3140" />
              <mxPoint x="130" y="3400" />
            </Array>
          </mxGeometry>
        </mxCell>
        <mxCell id="wEwMwpZStO12QLeAhf4E-396" value="mengembalikan kendaraan" style="rhombus;whiteSpace=wrap;html=1;" parent="uilmpYevZJx9ksJLMTtC-48" vertex="1">
          <mxGeometry x="212.54000000000008" y="3090" width="200" height="100" as="geometry" />
        </mxCell>
        <mxCell id="wEwMwpZStO12QLeAhf4E-398" value="pelanggan mengembalikan ke pull (dengan lepas kunci)" style="rounded=1;whiteSpace=wrap;html=1;" parent="uilmpYevZJx9ksJLMTtC-48" vertex="1">
          <mxGeometry x="182.11" y="3380" width="327.89" height="40" as="geometry" />
        </mxCell>
        <mxCell id="wEwMwpZStO12QLeAhf4E-399" value="pelanggan meminta unit di jemput" style="rounded=1;whiteSpace=wrap;html=1;" parent="uilmpYevZJx9ksJLMTtC-48" vertex="1">
          <mxGeometry x="384.84000000000003" y="3220" width="128.45" height="60" as="geometry" />
        </mxCell>
        <mxCell id="wEwMwpZStO12QLeAhf4E-402" value="charge" style="rounded=1;whiteSpace=wrap;html=1;" parent="uilmpYevZJx9ksJLMTtC-48" vertex="1">
          <mxGeometry x="242.04000000000008" y="3320" width="110" height="34" as="geometry" />
        </mxCell>
        <mxCell id="CMLTtE8jSu81u8HyvpTC-583" style="edgeStyle=orthogonalEdgeStyle;rounded=0;orthogonalLoop=1;jettySize=auto;html=1;exitX=0;exitY=0.5;exitDx=0;exitDy=0;entryX=0;entryY=0.5;entryDx=0;entryDy=0;" parent="uilmpYevZJx9ksJLMTtC-48" source="wEwMwpZStO12QLeAhf4E-415" target="wEwMwpZStO12QLeAhf4E-402" edge="1">
          <mxGeometry relative="1" as="geometry" />
        </mxCell>
        <mxCell id="wEwMwpZStO12QLeAhf4E-415" value="pelanggan melebihi jadwal sewa / overtime dikenakan denda" style="rounded=1;whiteSpace=wrap;html=1;" parent="uilmpYevZJx9ksJLMTtC-48" vertex="1">
          <mxGeometry x="165.37" y="3220" width="190.26" height="60" as="geometry" />
        </mxCell>
        <mxCell id="CMLTtE8jSu81u8HyvpTC-581" value="" style="edgeStyle=orthogonalEdgeStyle;rounded=0;orthogonalLoop=1;jettySize=auto;html=1;" parent="uilmpYevZJx9ksJLMTtC-48" source="CMLTtE8jSu81u8HyvpTC-577" target="wEwMwpZStO12QLeAhf4E-396" edge="1">
          <mxGeometry relative="1" as="geometry" />
        </mxCell>
        <mxCell id="CMLTtE8jSu81u8HyvpTC-577" value="pengembalian mobil dengan lepas kunci" style="rounded=1;whiteSpace=wrap;html=1;" parent="uilmpYevZJx9ksJLMTtC-48" vertex="1">
          <mxGeometry x="318.52" y="3020" width="232.96" height="44" as="geometry" />
        </mxCell>
        <mxCell id="CMLTtE8jSu81u8HyvpTC-588" style="edgeStyle=orthogonalEdgeStyle;rounded=0;orthogonalLoop=1;jettySize=auto;html=1;exitX=0.5;exitY=1;exitDx=0;exitDy=0;entryX=0.5;entryY=0;entryDx=0;entryDy=0;" parent="uilmpYevZJx9ksJLMTtC-48" source="CMLTtE8jSu81u8HyvpTC-579" target="CMLTtE8jSu81u8HyvpTC-587" edge="1">
          <mxGeometry relative="1" as="geometry">
            <Array as="points">
              <mxPoint x="167" y="3120" />
              <mxPoint x="100" y="3120" />
              <mxPoint x="100" y="3440" />
              <mxPoint x="243" y="3440" />
            </Array>
          </mxGeometry>
        </mxCell>
        <mxCell id="CMLTtE8jSu81u8HyvpTC-579" value="pengembalian mobil dengan driver" style="rounded=1;whiteSpace=wrap;html=1;" parent="uilmpYevZJx9ksJLMTtC-48" vertex="1">
          <mxGeometry x="50.69999999999999" y="3020" width="232.96" height="44" as="geometry" />
        </mxCell>
        <mxCell id="CMLTtE8jSu81u8HyvpTC-582" value="charge" style="rounded=1;whiteSpace=wrap;html=1;" parent="uilmpYevZJx9ksJLMTtC-48" vertex="1">
          <mxGeometry x="394.07" y="3320" width="110" height="34" as="geometry" />
        </mxCell>
        <mxCell id="CMLTtE8jSu81u8HyvpTC-584" value="" style="edgeStyle=orthogonalEdgeStyle;rounded=0;orthogonalLoop=1;jettySize=auto;html=1;exitX=0.5;exitY=1;exitDx=0;exitDy=0;" parent="uilmpYevZJx9ksJLMTtC-48" source="wEwMwpZStO12QLeAhf4E-399" target="CMLTtE8jSu81u8HyvpTC-582" edge="1">
          <mxGeometry relative="1" as="geometry">
            <mxPoint x="380.0161904761904" y="3310" as="sourcePoint" />
          </mxGeometry>
        </mxCell>
        <mxCell id="CMLTtE8jSu81u8HyvpTC-587" value="pelanggan mengembalikan ke pull bersama driver(dengan driver)" style="rounded=1;whiteSpace=wrap;html=1;" parent="uilmpYevZJx9ksJLMTtC-48" vertex="1">
          <mxGeometry x="56.95" y="3470" width="373.05" height="40" as="geometry" />
        </mxCell>
        <mxCell id="wEwMwpZStO12QLeAhf4E-424" value="Pelanggan foto serah terima jika unit sudah di kembalikan transaksi selesai" style="rounded=1;whiteSpace=wrap;html=1;" parent="uilmpYevZJx9ksJLMTtC-48" vertex="1">
          <mxGeometry x="64.06999999999994" y="3628" width="440" height="34" as="geometry" />
        </mxCell>
        <mxCell id="CMLTtE8jSu81u8HyvpTC-575" style="edgeStyle=orthogonalEdgeStyle;rounded=0;orthogonalLoop=1;jettySize=auto;html=1;exitX=1;exitY=0.5;exitDx=0;exitDy=0;entryX=0.5;entryY=0;entryDx=0;entryDy=0;" parent="uilmpYevZJx9ksJLMTtC-48" source="CMLTtE8jSu81u8HyvpTC-577" target="wEwMwpZStO12QLeAhf4E-424" edge="1">
          <mxGeometry relative="1" as="geometry">
            <mxPoint x="40" y="3463.103448275862" as="targetPoint" />
            <Array as="points">
              <mxPoint x="572" y="3042" />
              <mxPoint x="572" y="3414" />
              <mxPoint x="570" y="3414" />
              <mxPoint x="570" y="3560" />
              <mxPoint x="284" y="3560" />
            </Array>
          </mxGeometry>
        </mxCell>
        <mxCell id="CMLTtE8jSu81u8HyvpTC-590" style="edgeStyle=orthogonalEdgeStyle;rounded=0;orthogonalLoop=1;jettySize=auto;html=1;exitX=0;exitY=0.5;exitDx=0;exitDy=0;entryX=0;entryY=0.5;entryDx=0;entryDy=0;" parent="uilmpYevZJx9ksJLMTtC-48" source="CMLTtE8jSu81u8HyvpTC-579" target="wEwMwpZStO12QLeAhf4E-424" edge="1">
          <mxGeometry relative="1" as="geometry">
            <mxPoint x="50.69230769230762" y="3818.4615384615386" as="targetPoint" />
            <Array as="points">
              <mxPoint x="31" y="3042" />
              <mxPoint x="31" y="3441" />
              <mxPoint x="30" y="3650" />
              <mxPoint x="64" y="3650" />
            </Array>
          </mxGeometry>
        </mxCell>
        <mxCell id="uilmpYevZJx9ksJLMTtC-194" value="&lt;font style=&quot;font-size: 15px;&quot;&gt;Selesai&lt;/font&gt;" style="ellipse;whiteSpace=wrap;html=1;" parent="uilmpYevZJx9ksJLMTtC-48" vertex="1">
          <mxGeometry x="224.06999999999994" y="3770" width="120" height="80" as="geometry" />
        </mxCell>
        <mxCell id="CMLTtE8jSu81u8HyvpTC-592" value="" style="edgeStyle=orthogonalEdgeStyle;rounded=0;orthogonalLoop=1;jettySize=auto;html=1;" parent="uilmpYevZJx9ksJLMTtC-48" source="wEwMwpZStO12QLeAhf4E-424" target="uilmpYevZJx9ksJLMTtC-194" edge="1">
          <mxGeometry relative="1" as="geometry" />
        </mxCell>
        <mxCell id="uilmpYevZJx9ksJLMTtC-199" value="&lt;font style=&quot;font-size: 15px;&quot;&gt;Admin&lt;/font&gt;" style="swimlane;whiteSpace=wrap;html=1;movable=1;resizable=1;rotatable=1;deletable=1;editable=1;locked=0;connectable=1;" parent="uilmpYevZJx9ksJLMTtC-47" vertex="1">
          <mxGeometry x="600" y="50" width="360" height="3880" as="geometry" />
        </mxCell>
        <mxCell id="wEwMwpZStO12QLeAhf4E-12" value="" style="edgeStyle=orthogonalEdgeStyle;rounded=0;orthogonalLoop=1;jettySize=auto;html=1;exitX=0.5;exitY=1;exitDx=0;exitDy=0;entryX=0.5;entryY=0;entryDx=0;entryDy=0;" parent="uilmpYevZJx9ksJLMTtC-199" source="uilmpYevZJx9ksJLMTtC-200" target="uilmpYevZJx9ksJLMTtC-202" edge="1">
          <mxGeometry relative="1" as="geometry" />
        </mxCell>
        <mxCell id="uilmpYevZJx9ksJLMTtC-200" value="Admin mengecek ketersediaan mobil secara manual" style="rounded=1;whiteSpace=wrap;html=1;" parent="uilmpYevZJx9ksJLMTtC-199" vertex="1">
          <mxGeometry x="30" y="280" width="290" height="40" as="geometry" />
        </mxCell>
        <mxCell id="uilmpYevZJx9ksJLMTtC-202" value="Admin memberikan informasi mobil yang tersedia kepada pelanggan" style="rounded=1;whiteSpace=wrap;html=1;" parent="uilmpYevZJx9ksJLMTtC-199" vertex="1">
          <mxGeometry x="49.81" y="365" width="252" height="60" as="geometry" />
        </mxCell>
        <mxCell id="uilmpYevZJx9ksJLMTtC-207" style="edgeStyle=orthogonalEdgeStyle;rounded=0;orthogonalLoop=1;jettySize=auto;html=1;exitX=0.5;exitY=1;exitDx=0;exitDy=0;entryX=0.5;entryY=0;entryDx=0;entryDy=0;" parent="uilmpYevZJx9ksJLMTtC-199" source="uilmpYevZJx9ksJLMTtC-202" target="GgeFy36eENubEu0fiG0U-1" edge="1">
          <mxGeometry relative="1" as="geometry">
            <mxPoint x="169.30999999999995" y="425" as="sourcePoint" />
            <mxPoint x="169.30999999999995" y="465" as="targetPoint" />
          </mxGeometry>
        </mxCell>
        <mxCell id="wEwMwpZStO12QLeAhf4E-15" style="edgeStyle=orthogonalEdgeStyle;rounded=0;orthogonalLoop=1;jettySize=auto;html=1;exitX=1;exitY=0.5;exitDx=0;exitDy=0;entryX=0.75;entryY=0;entryDx=0;entryDy=0;" parent="uilmpYevZJx9ksJLMTtC-199" source="GgeFy36eENubEu0fiG0U-1" target="wEwMwpZStO12QLeAhf4E-13" edge="1">
          <mxGeometry relative="1" as="geometry">
            <mxPoint x="290" y="540" as="targetPoint" />
          </mxGeometry>
        </mxCell>
        <mxCell id="wEwMwpZStO12QLeAhf4E-16" style="edgeStyle=orthogonalEdgeStyle;rounded=0;orthogonalLoop=1;jettySize=auto;html=1;exitX=0;exitY=0.5;exitDx=0;exitDy=0;entryX=0.25;entryY=0;entryDx=0;entryDy=0;" parent="uilmpYevZJx9ksJLMTtC-199" source="GgeFy36eENubEu0fiG0U-1" target="wEwMwpZStO12QLeAhf4E-14" edge="1">
          <mxGeometry relative="1" as="geometry">
            <mxPoint x="50" y="535" as="targetPoint" />
          </mxGeometry>
        </mxCell>
        <mxCell id="GgeFy36eENubEu0fiG0U-1" value="Ketersediaan Unit" style="rhombus;whiteSpace=wrap;html=1;" parent="uilmpYevZJx9ksJLMTtC-199" vertex="1">
          <mxGeometry x="99.5" y="460" width="160" height="80" as="geometry" />
        </mxCell>
        <mxCell id="wEwMwpZStO12QLeAhf4E-13" value="tersedia" style="rounded=1;whiteSpace=wrap;html=1;" parent="uilmpYevZJx9ksJLMTtC-199" vertex="1">
          <mxGeometry x="250" y="555" width="80" height="35" as="geometry" />
        </mxCell>
        <mxCell id="wEwMwpZStO12QLeAhf4E-14" value="tidak tersedia" style="rounded=1;whiteSpace=wrap;html=1;" parent="uilmpYevZJx9ksJLMTtC-199" vertex="1">
          <mxGeometry x="40" y="555" width="120" height="35" as="geometry" />
        </mxCell>
        <mxCell id="wEwMwpZStO12QLeAhf4E-216" value="" style="edgeStyle=orthogonalEdgeStyle;rounded=0;orthogonalLoop=1;jettySize=auto;html=1;" parent="uilmpYevZJx9ksJLMTtC-199" source="wEwMwpZStO12QLeAhf4E-213" target="wEwMwpZStO12QLeAhf4E-215" edge="1">
          <mxGeometry relative="1" as="geometry" />
        </mxCell>
        <mxCell id="wEwMwpZStO12QLeAhf4E-213" value="Admin menentukan jadwal sewa dan harga rental unit" style="rounded=1;whiteSpace=wrap;html=1;" parent="uilmpYevZJx9ksJLMTtC-199" vertex="1">
          <mxGeometry x="92.7" y="2390" width="183" height="60" as="geometry" />
        </mxCell>
        <mxCell id="wEwMwpZStO12QLeAhf4E-378" value="" style="edgeStyle=orthogonalEdgeStyle;rounded=0;orthogonalLoop=1;jettySize=auto;html=1;" parent="uilmpYevZJx9ksJLMTtC-199" source="wEwMwpZStO12QLeAhf4E-215" target="wEwMwpZStO12QLeAhf4E-377" edge="1">
          <mxGeometry relative="1" as="geometry" />
        </mxCell>
        <mxCell id="wEwMwpZStO12QLeAhf4E-215" value="Admin mencatat jadwal sewa pelanggan ke dalam buku laporan" style="rounded=1;whiteSpace=wrap;html=1;" parent="uilmpYevZJx9ksJLMTtC-199" vertex="1">
          <mxGeometry x="62" y="2490" width="244" height="60" as="geometry" />
        </mxCell>
        <mxCell id="wEwMwpZStO12QLeAhf4E-375" value="Admin menyerahkan form serah terima kendaraan" style="rounded=1;whiteSpace=wrap;html=1;" parent="uilmpYevZJx9ksJLMTtC-199" vertex="1">
          <mxGeometry x="84.2" y="2660" width="201" height="60" as="geometry" />
        </mxCell>
        <mxCell id="wEwMwpZStO12QLeAhf4E-380" value="" style="edgeStyle=orthogonalEdgeStyle;rounded=0;orthogonalLoop=1;jettySize=auto;html=1;" parent="uilmpYevZJx9ksJLMTtC-199" source="wEwMwpZStO12QLeAhf4E-377" target="wEwMwpZStO12QLeAhf4E-375" edge="1">
          <mxGeometry relative="1" as="geometry" />
        </mxCell>
        <mxCell id="wEwMwpZStO12QLeAhf4E-377" value="Admin menyerahkan formulir cek kendaraan" style="rounded=1;whiteSpace=wrap;html=1;" parent="uilmpYevZJx9ksJLMTtC-199" vertex="1">
          <mxGeometry x="60.50000000000001" y="2580" width="247" height="40" as="geometry" />
        </mxCell>
        <mxCell id="wEwMwpZStO12QLeAhf4E-186" value="" style="edgeStyle=orthogonalEdgeStyle;rounded=0;orthogonalLoop=1;jettySize=auto;html=1;" parent="uilmpYevZJx9ksJLMTtC-199" source="wEwMwpZStO12QLeAhf4E-65" target="wEwMwpZStO12QLeAhf4E-185" edge="1">
          <mxGeometry relative="1" as="geometry" />
        </mxCell>
        <mxCell id="wEwMwpZStO12QLeAhf4E-65" value="Admin mencatat data transaksi pemesanan pelanggan ke dalam buku/arsip laporan" style="rounded=1;whiteSpace=wrap;html=1;" parent="uilmpYevZJx9ksJLMTtC-199" vertex="1">
          <mxGeometry x="64.80999999999999" y="1692" width="237" height="60" as="geometry" />
        </mxCell>
        <mxCell id="wEwMwpZStO12QLeAhf4E-62" value="admin memfoto data diri customer&lt;br&gt;KTP,&amp;nbsp;&lt;span style=&quot;background-color: transparent; color: light-dark(rgb(0, 0, 0), rgb(255, 255, 255));&quot;&gt;SIM,&lt;/span&gt;&lt;span style=&quot;background-color: transparent; color: light-dark(rgb(0, 0, 0), rgb(255, 255, 255));&quot;&gt;KK (kartu keluarga) dan ID card&lt;br&gt;dan menanyakan alamat tempat tinggal sesuai KTP / domisili berserta nomer telpon pelanggan&lt;/span&gt;" style="rounded=1;whiteSpace=wrap;html=1;" parent="uilmpYevZJx9ksJLMTtC-199" vertex="1">
          <mxGeometry x="30.000000000000004" y="1230" width="308" height="90" as="geometry" />
        </mxCell>
        <mxCell id="wEwMwpZStO12QLeAhf4E-66" value="" style="edgeStyle=orthogonalEdgeStyle;rounded=0;orthogonalLoop=1;jettySize=auto;html=1;" parent="uilmpYevZJx9ksJLMTtC-199" source="wEwMwpZStO12QLeAhf4E-62" target="wEwMwpZStO12QLeAhf4E-65" edge="1">
          <mxGeometry relative="1" as="geometry" />
        </mxCell>
        <mxCell id="wEwMwpZStO12QLeAhf4E-189" value="" style="edgeStyle=orthogonalEdgeStyle;rounded=0;orthogonalLoop=1;jettySize=auto;html=1;" parent="uilmpYevZJx9ksJLMTtC-199" source="wEwMwpZStO12QLeAhf4E-185" target="wEwMwpZStO12QLeAhf4E-188" edge="1">
          <mxGeometry relative="1" as="geometry" />
        </mxCell>
        <mxCell id="wEwMwpZStO12QLeAhf4E-185" value="Admin menerima pembayaran pelanggan via DP/ tunai" style="rounded=1;whiteSpace=wrap;html=1;" parent="uilmpYevZJx9ksJLMTtC-199" vertex="1">
          <mxGeometry x="55.31" y="1900" width="256" height="40" as="geometry" />
        </mxCell>
        <mxCell id="wEwMwpZStO12QLeAhf4E-195" value="" style="edgeStyle=orthogonalEdgeStyle;rounded=0;orthogonalLoop=1;jettySize=auto;html=1;entryX=0.5;entryY=0;entryDx=0;entryDy=0;" parent="uilmpYevZJx9ksJLMTtC-199" source="wEwMwpZStO12QLeAhf4E-188" target="wEwMwpZStO12QLeAhf4E-190" edge="1">
          <mxGeometry relative="1" as="geometry" />
        </mxCell>
        <mxCell id="wEwMwpZStO12QLeAhf4E-188" value="Admin memvalidasi data customer via get kontak" style="rounded=1;whiteSpace=wrap;html=1;" parent="uilmpYevZJx9ksJLMTtC-199" vertex="1">
          <mxGeometry x="91.81" y="1980" width="183" height="40" as="geometry" />
        </mxCell>
        <mxCell id="wEwMwpZStO12QLeAhf4E-193" style="edgeStyle=orthogonalEdgeStyle;rounded=0;orthogonalLoop=1;jettySize=auto;html=1;exitX=0;exitY=0.5;exitDx=0;exitDy=0;entryX=0.25;entryY=0;entryDx=0;entryDy=0;" parent="uilmpYevZJx9ksJLMTtC-199" source="wEwMwpZStO12QLeAhf4E-190" edge="1">
          <mxGeometry relative="1" as="geometry">
            <mxPoint x="64.81" y="2142" as="targetPoint" />
          </mxGeometry>
        </mxCell>
        <mxCell id="wEwMwpZStO12QLeAhf4E-190" value="validasi data customer" style="rhombus;whiteSpace=wrap;html=1;" parent="uilmpYevZJx9ksJLMTtC-199" vertex="1">
          <mxGeometry x="103.30999999999999" y="2050" width="160" height="80" as="geometry" />
        </mxCell>
        <mxCell id="wEwMwpZStO12QLeAhf4E-209" value="" style="edgeStyle=orthogonalEdgeStyle;rounded=0;orthogonalLoop=1;jettySize=auto;html=1;" parent="uilmpYevZJx9ksJLMTtC-199" source="wEwMwpZStO12QLeAhf4E-192" target="wEwMwpZStO12QLeAhf4E-208" edge="1">
          <mxGeometry relative="1" as="geometry" />
        </mxCell>
        <mxCell id="wEwMwpZStO12QLeAhf4E-192" value="tidak" style="rounded=1;whiteSpace=wrap;html=1;" parent="uilmpYevZJx9ksJLMTtC-199" vertex="1">
          <mxGeometry x="30" y="2142" width="77" height="38" as="geometry" />
        </mxCell>
        <mxCell id="wEwMwpZStO12QLeAhf4E-208" value="Admin menolak pesanan merefund uang customer dan admin memblacklist customer tersebut" style="rounded=1;whiteSpace=wrap;html=1;" parent="uilmpYevZJx9ksJLMTtC-199" vertex="1">
          <mxGeometry x="27.06" y="2220" width="183" height="60" as="geometry" />
        </mxCell>
        <mxCell id="wEwMwpZStO12QLeAhf4E-194" style="edgeStyle=orthogonalEdgeStyle;rounded=0;orthogonalLoop=1;jettySize=auto;html=1;exitX=1;exitY=0.5;exitDx=0;exitDy=0;entryX=0.5;entryY=0;entryDx=0;entryDy=0;" parent="uilmpYevZJx9ksJLMTtC-199" source="wEwMwpZStO12QLeAhf4E-190" target="wEwMwpZStO12QLeAhf4E-191" edge="1">
          <mxGeometry relative="1" as="geometry">
            <mxPoint x="319.30999999999955" y="2142" as="targetPoint" />
          </mxGeometry>
        </mxCell>
        <mxCell id="wEwMwpZStO12QLeAhf4E-191" value="valid" style="rounded=1;whiteSpace=wrap;html=1;" parent="uilmpYevZJx9ksJLMTtC-199" vertex="1">
          <mxGeometry x="260.93" y="2142" width="83" height="38" as="geometry" />
        </mxCell>
        <mxCell id="CMLTtE8jSu81u8HyvpTC-379" value="" style="edgeStyle=orthogonalEdgeStyle;rounded=0;orthogonalLoop=1;jettySize=auto;html=1;entryX=0.5;entryY=0;entryDx=0;entryDy=0;" parent="uilmpYevZJx9ksJLMTtC-199" source="CMLTtE8jSu81u8HyvpTC-11" target="wEwMwpZStO12QLeAhf4E-213" edge="1">
          <mxGeometry relative="1" as="geometry">
            <mxPoint x="183.52380952380918" y="2390" as="targetPoint" />
          </mxGeometry>
        </mxCell>
        <mxCell id="CMLTtE8jSu81u8HyvpTC-11" value="admin menentukan nama drver yang ingin di sewa&amp;nbsp;" style="rounded=1;whiteSpace=wrap;html=1;" parent="uilmpYevZJx9ksJLMTtC-199" vertex="1">
          <mxGeometry x="33.21" y="2320" width="300.19" height="40" as="geometry" />
        </mxCell>
        <mxCell id="uilmpYevZJx9ksJLMTtC-228" value="Admin mencatat transaksi penyewaan ke dalam buku laporan" style="rounded=1;whiteSpace=wrap;html=1;" parent="uilmpYevZJx9ksJLMTtC-199" vertex="1">
          <mxGeometry x="83.13000000000005" y="3780" width="220" height="60" as="geometry" />
        </mxCell>
        <mxCell id="wEwMwpZStO12QLeAhf4E-404" value="Admin menerima kunci dan STNK unit" style="rounded=1;whiteSpace=wrap;html=1;" parent="uilmpYevZJx9ksJLMTtC-199" vertex="1">
          <mxGeometry x="67.7" y="3380" width="234" height="40" as="geometry" />
        </mxCell>
        <mxCell id="wEwMwpZStO12QLeAhf4E-421" value="Admin menginformasi kondisi mobil" style="rounded=1;whiteSpace=wrap;html=1;" parent="uilmpYevZJx9ksJLMTtC-199" vertex="1">
          <mxGeometry x="92.70000000000012" y="3625" width="201" height="40" as="geometry" />
        </mxCell>
        <mxCell id="wEwMwpZStO12QLeAhf4E-426" value="" style="edgeStyle=orthogonalEdgeStyle;rounded=0;orthogonalLoop=1;jettySize=auto;html=1;" parent="uilmpYevZJx9ksJLMTtC-199" source="wEwMwpZStO12QLeAhf4E-421" target="uilmpYevZJx9ksJLMTtC-228" edge="1">
          <mxGeometry relative="1" as="geometry" />
        </mxCell>
        <mxCell id="uilmpYevZJx9ksJLMTtC-204" style="edgeStyle=orthogonalEdgeStyle;rounded=0;orthogonalLoop=1;jettySize=auto;html=1;entryX=0;entryY=0.5;entryDx=0;entryDy=0;" parent="uilmpYevZJx9ksJLMTtC-47" source="uilmpYevZJx9ksJLMTtC-144" target="uilmpYevZJx9ksJLMTtC-200" edge="1">
          <mxGeometry relative="1" as="geometry" />
        </mxCell>
        <mxCell id="uilmpYevZJx9ksJLMTtC-213" value="kendaraan (Unit)" style="swimlane;whiteSpace=wrap;html=1;movable=1;resizable=1;rotatable=1;deletable=1;editable=1;locked=0;connectable=1;" parent="uilmpYevZJx9ksJLMTtC-47" vertex="1">
          <mxGeometry x="960" y="50" width="380" height="3880" as="geometry" />
        </mxCell>
        <mxCell id="wEwMwpZStO12QLeAhf4E-391" value="Admin menyerahkan kunci dan STNK unit" style="rounded=1;whiteSpace=wrap;html=1;" parent="uilmpYevZJx9ksJLMTtC-213" vertex="1">
          <mxGeometry x="-290" y="2740" width="240" height="46" as="geometry" />
        </mxCell>
        <mxCell id="wEwMwpZStO12QLeAhf4E-394" style="edgeStyle=orthogonalEdgeStyle;rounded=0;orthogonalLoop=1;jettySize=auto;html=1;exitX=1;exitY=0.5;exitDx=0;exitDy=0;entryX=0;entryY=0.5;entryDx=0;entryDy=0;" parent="uilmpYevZJx9ksJLMTtC-213" source="wEwMwpZStO12QLeAhf4E-391" target="wEwMwpZStO12QLeAhf4E-389" edge="1">
          <mxGeometry relative="1" as="geometry" />
        </mxCell>
        <mxCell id="wEwMwpZStO12QLeAhf4E-389" value="Mobil diserahkan kepada pelanggan (lepas kunci)" style="rounded=1;whiteSpace=wrap;html=1;" parent="uilmpYevZJx9ksJLMTtC-213" vertex="1">
          <mxGeometry x="55" y="2740" width="285" height="46" as="geometry" />
        </mxCell>
        <mxCell id="wEwMwpZStO12QLeAhf4E-406" value="Mobil diterima kepada admin (lepas kunci)" style="rounded=1;whiteSpace=wrap;html=1;" parent="uilmpYevZJx9ksJLMTtC-213" vertex="1">
          <mxGeometry x="69.99999999999994" y="3380" width="285" height="40" as="geometry" />
        </mxCell>
        <mxCell id="wEwMwpZStO12QLeAhf4E-412" value="Mobil kotor : denda 50rb&lt;div&gt;mobil kondisi baret / lecel : di charge perpanel&lt;br&gt;mobil BBM tidak full saat penyerahan di kenakan charge&lt;/div&gt;&lt;div&gt;overtime kendaraan melebihi batas waktu yang di sewa&lt;/div&gt;" style="rounded=1;whiteSpace=wrap;html=1;align=left;spacingLeft=22;spacingRight=10;" parent="uilmpYevZJx9ksJLMTtC-213" vertex="1">
          <mxGeometry x="54.99999999999994" y="3440" width="285" height="120" as="geometry" />
        </mxCell>
        <mxCell id="wEwMwpZStO12QLeAhf4E-1" value="&lt;font style=&quot;font-size: 15px;&quot;&gt;Operasional&lt;/font&gt;" style="swimlane;whiteSpace=wrap;html=1;movable=1;resizable=1;rotatable=1;deletable=1;editable=1;locked=0;connectable=1;" parent="uilmpYevZJx9ksJLMTtC-47" vertex="1">
          <mxGeometry x="1340" y="50" width="340" height="3880" as="geometry" />
        </mxCell>
        <mxCell id="wEwMwpZStO12QLeAhf4E-205" style="edgeStyle=orthogonalEdgeStyle;rounded=0;orthogonalLoop=1;jettySize=auto;html=1;exitX=0.5;exitY=1;exitDx=0;exitDy=0;entryX=0.5;entryY=0;entryDx=0;entryDy=0;" parent="wEwMwpZStO12QLeAhf4E-1" source="wEwMwpZStO12QLeAhf4E-196" target="wEwMwpZStO12QLeAhf4E-204" edge="1">
          <mxGeometry relative="1" as="geometry" />
        </mxCell>
        <mxCell id="wEwMwpZStO12QLeAhf4E-196" value="Operasional mensurvei alamat pelanggan sesauai KTP / domisili pelanggan" style="rounded=1;whiteSpace=wrap;html=1;" parent="wEwMwpZStO12QLeAhf4E-1" vertex="1">
          <mxGeometry x="43.56" y="2110" width="225" height="60" as="geometry" />
        </mxCell>
        <mxCell id="wEwMwpZStO12QLeAhf4E-207" value="" style="edgeStyle=orthogonalEdgeStyle;rounded=0;orthogonalLoop=1;jettySize=auto;html=1;" parent="wEwMwpZStO12QLeAhf4E-1" source="wEwMwpZStO12QLeAhf4E-204" target="wEwMwpZStO12QLeAhf4E-206" edge="1">
          <mxGeometry relative="1" as="geometry" />
        </mxCell>
        <mxCell id="wEwMwpZStO12QLeAhf4E-204" value="Operasional mewawancara warga sekitar rumah customer dan memvalidasi data customer" style="rounded=1;whiteSpace=wrap;html=1;" parent="wEwMwpZStO12QLeAhf4E-1" vertex="1">
          <mxGeometry x="43.56" y="2190" width="225" height="60" as="geometry" />
        </mxCell>
        <mxCell id="wEwMwpZStO12QLeAhf4E-212" value="" style="edgeStyle=orthogonalEdgeStyle;rounded=0;orthogonalLoop=1;jettySize=auto;html=1;" parent="wEwMwpZStO12QLeAhf4E-1" source="wEwMwpZStO12QLeAhf4E-206" target="wEwMwpZStO12QLeAhf4E-211" edge="1">
          <mxGeometry relative="1" as="geometry" />
        </mxCell>
        <mxCell id="wEwMwpZStO12QLeAhf4E-206" value="Operasional menanyakan :&lt;br&gt;&lt;div style=&quot;text-align: left;&quot;&gt;&lt;span style=&quot;background-color: transparent; color: light-dark(rgb(0, 0, 0), rgb(255, 255, 255));&quot;&gt;1. Status kepemilikan rumah ksendiri / kontrak&lt;/span&gt;&lt;/div&gt;&lt;div style=&quot;text-align: left;&quot;&gt;&lt;span style=&quot;background-color: transparent; color: light-dark(rgb(0, 0, 0), rgb(255, 255, 255));&quot;&gt;2. pekerjaan sesuai&lt;/span&gt;&lt;/div&gt;" style="rounded=1;whiteSpace=wrap;html=1;spacingLeft=11;" parent="wEwMwpZStO12QLeAhf4E-1" vertex="1">
          <mxGeometry x="42.31" y="2280" width="227.5" height="80" as="geometry" />
        </mxCell>
        <mxCell id="wEwMwpZStO12QLeAhf4E-211" value="Operasional memberikan informasi data customer ke admin apabila datanya valid" style="rounded=1;whiteSpace=wrap;html=1;" parent="wEwMwpZStO12QLeAhf4E-1" vertex="1">
          <mxGeometry x="43.56" y="2390" width="225" height="60" as="geometry" />
        </mxCell>
        <mxCell id="wEwMwpZStO12QLeAhf4E-223" value="" style="edgeStyle=orthogonalEdgeStyle;rounded=0;orthogonalLoop=1;jettySize=auto;html=1;" parent="wEwMwpZStO12QLeAhf4E-1" source="wEwMwpZStO12QLeAhf4E-219" target="wEwMwpZStO12QLeAhf4E-222" edge="1">
          <mxGeometry relative="1" as="geometry" />
        </mxCell>
        <mxCell id="wEwMwpZStO12QLeAhf4E-219" value="Operasional mengeceklist status kendaraan dan mengisi formulir cek kendaraan bersama pelangan&lt;div&gt;&lt;div&gt;1.Unit kotor/ tidak&lt;br&gt;2. Unit BBM terisi full / tidak&lt;br&gt;3. Cek body Unit&lt;/div&gt;&lt;/div&gt;" style="rounded=1;whiteSpace=wrap;html=1;align=left;spacingLeft=16;" parent="wEwMwpZStO12QLeAhf4E-1" vertex="1">
          <mxGeometry x="42.31000000000001" y="2470" width="225" height="100" as="geometry" />
        </mxCell>
        <mxCell id="wEwMwpZStO12QLeAhf4E-222" value="Operasional menginformasikan ke admin&amp;nbsp;&lt;span style=&quot;float: none; display: inline !important; color: rgb(0, 0, 0); background-color: rgb(236, 236, 236);&quot;&gt;jika semua kondisi dalam keadaan baik mobil siap jalan&lt;/span&gt;" style="rounded=1;whiteSpace=wrap;html=1;align=left;spacingLeft=16;" parent="wEwMwpZStO12QLeAhf4E-1" vertex="1">
          <mxGeometry x="42.31000000000001" y="2595" width="225" height="70" as="geometry" />
        </mxCell>
        <mxCell id="wEwMwpZStO12QLeAhf4E-408" value="Operasional mengecek kendaraan sesuai dengan pada saat menyerahkan unit di awal" style="rounded=1;whiteSpace=wrap;html=1;align=left;spacingLeft=16;" parent="wEwMwpZStO12QLeAhf4E-1" vertex="1">
          <mxGeometry x="42.309999999999945" y="3370" width="225" height="70" as="geometry" />
        </mxCell>
        <mxCell id="wEwMwpZStO12QLeAhf4E-410" value="Operasional mengkonfirmasi unit aman dan tidak ada kerusakan" style="rounded=1;whiteSpace=wrap;html=1;align=left;spacingLeft=16;" parent="wEwMwpZStO12QLeAhf4E-1" vertex="1">
          <mxGeometry x="96.05999999999995" y="3590" width="117.5" height="110" as="geometry" />
        </mxCell>
        <mxCell id="wEwMwpZStO12QLeAhf4E-418" value="" style="edgeStyle=orthogonalEdgeStyle;rounded=0;orthogonalLoop=1;jettySize=auto;html=1;" parent="wEwMwpZStO12QLeAhf4E-1" source="wEwMwpZStO12QLeAhf4E-408" target="wEwMwpZStO12QLeAhf4E-413" edge="1">
          <mxGeometry relative="1" as="geometry" />
        </mxCell>
        <mxCell id="wEwMwpZStO12QLeAhf4E-420" style="edgeStyle=orthogonalEdgeStyle;rounded=0;orthogonalLoop=1;jettySize=auto;html=1;exitX=0.5;exitY=1;exitDx=0;exitDy=0;entryX=0.5;entryY=0;entryDx=0;entryDy=0;" parent="wEwMwpZStO12QLeAhf4E-1" source="wEwMwpZStO12QLeAhf4E-413" target="wEwMwpZStO12QLeAhf4E-410" edge="1">
          <mxGeometry relative="1" as="geometry">
            <mxPoint x="154.80999999999995" y="3645" as="targetPoint" />
          </mxGeometry>
        </mxCell>
        <mxCell id="wEwMwpZStO12QLeAhf4E-413" value="kondisi unit" style="rhombus;whiteSpace=wrap;html=1;" parent="wEwMwpZStO12QLeAhf4E-1" vertex="1">
          <mxGeometry x="99.80999999999995" y="3480" width="110" height="80" as="geometry" />
        </mxCell>
        <mxCell id="wEwMwpZStO12QLeAhf4E-18" style="edgeStyle=orthogonalEdgeStyle;rounded=0;orthogonalLoop=1;jettySize=auto;html=1;exitX=0;exitY=0.5;exitDx=0;exitDy=0;entryX=1;entryY=0.5;entryDx=0;entryDy=0;" parent="uilmpYevZJx9ksJLMTtC-47" source="wEwMwpZStO12QLeAhf4E-14" target="wEwMwpZStO12QLeAhf4E-17" edge="1">
          <mxGeometry relative="1" as="geometry" />
        </mxCell>
        <mxCell id="wEwMwpZStO12QLeAhf4E-25" style="edgeStyle=orthogonalEdgeStyle;rounded=0;orthogonalLoop=1;jettySize=auto;html=1;exitX=0.5;exitY=1;exitDx=0;exitDy=0;entryX=1;entryY=0.5;entryDx=0;entryDy=0;" parent="uilmpYevZJx9ksJLMTtC-47" source="wEwMwpZStO12QLeAhf4E-13" target="wEwMwpZStO12QLeAhf4E-19" edge="1">
          <mxGeometry relative="1" as="geometry" />
        </mxCell>
        <mxCell id="wEwMwpZStO12QLeAhf4E-197" style="edgeStyle=orthogonalEdgeStyle;rounded=0;orthogonalLoop=1;jettySize=auto;html=1;exitX=0.5;exitY=1;exitDx=0;exitDy=0;entryX=0;entryY=0.5;entryDx=0;entryDy=0;" parent="uilmpYevZJx9ksJLMTtC-47" source="wEwMwpZStO12QLeAhf4E-191" target="wEwMwpZStO12QLeAhf4E-196" edge="1">
          <mxGeometry relative="1" as="geometry" />
        </mxCell>
        <mxCell id="wEwMwpZStO12QLeAhf4E-214" style="edgeStyle=orthogonalEdgeStyle;rounded=0;orthogonalLoop=1;jettySize=auto;html=1;exitX=0;exitY=0.5;exitDx=0;exitDy=0;" parent="uilmpYevZJx9ksJLMTtC-47" source="wEwMwpZStO12QLeAhf4E-211" target="wEwMwpZStO12QLeAhf4E-213" edge="1">
          <mxGeometry relative="1" as="geometry" />
        </mxCell>
        <mxCell id="wEwMwpZStO12QLeAhf4E-376" style="edgeStyle=orthogonalEdgeStyle;rounded=0;orthogonalLoop=1;jettySize=auto;html=1;exitX=0;exitY=0.5;exitDx=0;exitDy=0;" parent="uilmpYevZJx9ksJLMTtC-47" source="wEwMwpZStO12QLeAhf4E-222" target="wEwMwpZStO12QLeAhf4E-375" edge="1">
          <mxGeometry relative="1" as="geometry" />
        </mxCell>
        <mxCell id="wEwMwpZStO12QLeAhf4E-383" style="edgeStyle=orthogonalEdgeStyle;rounded=0;orthogonalLoop=1;jettySize=auto;html=1;exitX=0;exitY=0.5;exitDx=0;exitDy=0;entryX=1;entryY=0.5;entryDx=0;entryDy=0;" parent="uilmpYevZJx9ksJLMTtC-47" source="wEwMwpZStO12QLeAhf4E-375" target="wEwMwpZStO12QLeAhf4E-381" edge="1">
          <mxGeometry relative="1" as="geometry" />
        </mxCell>
        <mxCell id="wEwMwpZStO12QLeAhf4E-392" style="edgeStyle=orthogonalEdgeStyle;rounded=0;orthogonalLoop=1;jettySize=auto;html=1;exitX=1;exitY=0.5;exitDx=0;exitDy=0;entryX=0;entryY=0.5;entryDx=0;entryDy=0;" parent="uilmpYevZJx9ksJLMTtC-47" source="wEwMwpZStO12QLeAhf4E-384" target="wEwMwpZStO12QLeAhf4E-391" edge="1">
          <mxGeometry relative="1" as="geometry" />
        </mxCell>
        <mxCell id="CMLTtE8jSu81u8HyvpTC-181" style="edgeStyle=orthogonalEdgeStyle;rounded=0;orthogonalLoop=1;jettySize=auto;html=1;exitX=1;exitY=0.5;exitDx=0;exitDy=0;entryX=0;entryY=0.5;entryDx=0;entryDy=0;" parent="uilmpYevZJx9ksJLMTtC-47" source="CMLTtE8jSu81u8HyvpTC-178" target="wEwMwpZStO12QLeAhf4E-62" edge="1">
          <mxGeometry relative="1" as="geometry">
            <Array as="points">
              <mxPoint x="520" y="1765" />
              <mxPoint x="520" y="1295" />
            </Array>
          </mxGeometry>
        </mxCell>
        <mxCell id="wEwMwpZStO12QLeAhf4E-382" style="edgeStyle=orthogonalEdgeStyle;rounded=0;orthogonalLoop=1;jettySize=auto;html=1;exitX=0;exitY=0.5;exitDx=0;exitDy=0;entryX=1;entryY=0.5;entryDx=0;entryDy=0;" parent="uilmpYevZJx9ksJLMTtC-47" source="wEwMwpZStO12QLeAhf4E-208" target="wEwMwpZStO12QLeAhf4E-210" edge="1">
          <mxGeometry relative="1" as="geometry" />
        </mxCell>
        <mxCell id="CMLTtE8jSu81u8HyvpTC-372" style="edgeStyle=orthogonalEdgeStyle;rounded=0;orthogonalLoop=1;jettySize=auto;html=1;exitX=1;exitY=0.5;exitDx=0;exitDy=0;entryX=0;entryY=0.5;entryDx=0;entryDy=0;" parent="uilmpYevZJx9ksJLMTtC-47" source="CMLTtE8jSu81u8HyvpTC-12" target="wEwMwpZStO12QLeAhf4E-62" edge="1">
          <mxGeometry relative="1" as="geometry">
            <Array as="points">
              <mxPoint x="280" y="1750" />
              <mxPoint x="280" y="1710" />
              <mxPoint x="520" y="1710" />
              <mxPoint x="520" y="1295" />
            </Array>
          </mxGeometry>
        </mxCell>
        <mxCell id="CMLTtE8jSu81u8HyvpTC-363" style="edgeStyle=orthogonalEdgeStyle;rounded=0;orthogonalLoop=1;jettySize=auto;html=1;exitX=1;exitY=0.5;exitDx=0;exitDy=0;entryX=0;entryY=0.5;entryDx=0;entryDy=0;" parent="uilmpYevZJx9ksJLMTtC-47" source="CMLTtE8jSu81u8HyvpTC-359" target="wEwMwpZStO12QLeAhf4E-185" edge="1">
          <mxGeometry relative="1" as="geometry">
            <Array as="points">
-               <mxPoint x="560" y="2110" />
-               <mxPoint x="560" y="1940" />
+               <mxPoint x="560" y="2150" />
+               <mxPoint x="560" y="1970" />
            </Array>
          </mxGeometry>
        </mxCell>
        <mxCell id="CMLTtE8jSu81u8HyvpTC-369" style="edgeStyle=orthogonalEdgeStyle;rounded=0;orthogonalLoop=1;jettySize=auto;html=1;exitX=0.5;exitY=1;exitDx=0;exitDy=0;entryX=0;entryY=0.5;entryDx=0;entryDy=0;" parent="uilmpYevZJx9ksJLMTtC-47" source="CMLTtE8jSu81u8HyvpTC-365" target="wEwMwpZStO12QLeAhf4E-185" edge="1">
          <mxGeometry relative="1" as="geometry">
            <mxPoint x="560" y="1940" as="targetPoint" />
            <Array as="points">
-               <mxPoint x="60" y="2050" />
-               <mxPoint x="560" y="2050" />
-               <mxPoint x="560" y="1940" />
+               <mxPoint x="60" y="2080" />
+               <mxPoint x="560" y="2080" />
+               <mxPoint x="560" y="1970" />
            </Array>
          </mxGeometry>
        </mxCell>
        <mxCell id="CMLTtE8jSu81u8HyvpTC-374" style="edgeStyle=orthogonalEdgeStyle;rounded=0;orthogonalLoop=1;jettySize=auto;html=1;exitX=0.5;exitY=1;exitDx=0;exitDy=0;entryX=0;entryY=0.5;entryDx=0;entryDy=0;" parent="uilmpYevZJx9ksJLMTtC-47" source="CMLTtE8jSu81u8HyvpTC-360" target="CMLTtE8jSu81u8HyvpTC-11" edge="1">
          <mxGeometry relative="1" as="geometry" />
        </mxCell>
        <mxCell id="CMLTtE8jSu81u8HyvpTC-376" style="edgeStyle=orthogonalEdgeStyle;rounded=0;orthogonalLoop=1;jettySize=auto;html=1;exitX=0.5;exitY=1;exitDx=0;exitDy=0;entryX=0;entryY=0.5;entryDx=0;entryDy=0;" parent="uilmpYevZJx9ksJLMTtC-47" source="CMLTtE8jSu81u8HyvpTC-359" target="wEwMwpZStO12QLeAhf4E-213" edge="1">
          <mxGeometry relative="1" as="geometry" />
        </mxCell>
        <mxCell id="CMLTtE8jSu81u8HyvpTC-563" style="edgeStyle=orthogonalEdgeStyle;rounded=0;orthogonalLoop=1;jettySize=auto;html=1;exitX=0;exitY=0.5;exitDx=0;exitDy=0;entryX=0.5;entryY=0;entryDx=0;entryDy=0;" parent="uilmpYevZJx9ksJLMTtC-47" source="wEwMwpZStO12QLeAhf4E-215" target="CMLTtE8jSu81u8HyvpTC-550" edge="1">
          <mxGeometry relative="1" as="geometry">
            <Array as="points">
              <mxPoint x="620" y="2540" />
              <mxPoint x="620" y="2400" />
              <mxPoint x="154" y="2400" />
            </Array>
          </mxGeometry>
        </mxCell>
        <mxCell id="CMLTtE8jSu81u8HyvpTC-565" style="edgeStyle=orthogonalEdgeStyle;rounded=0;orthogonalLoop=1;jettySize=auto;html=1;exitX=0;exitY=0.5;exitDx=0;exitDy=0;entryX=0.5;entryY=0;entryDx=0;entryDy=0;" parent="uilmpYevZJx9ksJLMTtC-47" source="wEwMwpZStO12QLeAhf4E-215" target="wEwMwpZStO12QLeAhf4E-217" edge="1">
          <mxGeometry relative="1" as="geometry">
            <Array as="points">
              <mxPoint x="620" y="2540" />
              <mxPoint x="620" y="2470" />
              <mxPoint x="425" y="2470" />
            </Array>
          </mxGeometry>
        </mxCell>
        <mxCell id="wEwMwpZStO12QLeAhf4E-393" style="edgeStyle=orthogonalEdgeStyle;rounded=0;orthogonalLoop=1;jettySize=auto;html=1;exitX=0.5;exitY=1;exitDx=0;exitDy=0;entryX=1;entryY=0.5;entryDx=0;entryDy=0;" parent="uilmpYevZJx9ksJLMTtC-47" source="wEwMwpZStO12QLeAhf4E-391" target="uilmpYevZJx9ksJLMTtC-179" edge="1">
          <mxGeometry relative="1" as="geometry" />
        </mxCell>
        <mxCell id="CMLTtE8jSu81u8HyvpTC-576" style="edgeStyle=orthogonalEdgeStyle;rounded=0;orthogonalLoop=1;jettySize=auto;html=1;exitX=1;exitY=0.5;exitDx=0;exitDy=0;entryX=0;entryY=0.5;entryDx=0;entryDy=0;" parent="uilmpYevZJx9ksJLMTtC-47" source="wEwMwpZStO12QLeAhf4E-398" target="wEwMwpZStO12QLeAhf4E-404" edge="1">
          <mxGeometry relative="1" as="geometry" />
        </mxCell>
        <mxCell id="wEwMwpZStO12QLeAhf4E-407" style="edgeStyle=orthogonalEdgeStyle;rounded=0;orthogonalLoop=1;jettySize=auto;html=1;exitX=1;exitY=0.5;exitDx=0;exitDy=0;entryX=0;entryY=0.5;entryDx=0;entryDy=0;" parent="uilmpYevZJx9ksJLMTtC-47" source="wEwMwpZStO12QLeAhf4E-404" target="wEwMwpZStO12QLeAhf4E-406" edge="1">
          <mxGeometry relative="1" as="geometry" />
        </mxCell>
        <mxCell id="wEwMwpZStO12QLeAhf4E-409" style="edgeStyle=orthogonalEdgeStyle;rounded=0;orthogonalLoop=1;jettySize=auto;html=1;exitX=1;exitY=0.5;exitDx=0;exitDy=0;entryX=0.003;entryY=0.429;entryDx=0;entryDy=0;entryPerimeter=0;" parent="uilmpYevZJx9ksJLMTtC-47" source="wEwMwpZStO12QLeAhf4E-406" target="wEwMwpZStO12QLeAhf4E-408" edge="1">
          <mxGeometry relative="1" as="geometry" />
        </mxCell>
        <mxCell id="CMLTtE8jSu81u8HyvpTC-589" style="edgeStyle=orthogonalEdgeStyle;rounded=0;orthogonalLoop=1;jettySize=auto;html=1;exitX=1;exitY=0.5;exitDx=0;exitDy=0;entryX=0.5;entryY=1;entryDx=0;entryDy=0;" parent="uilmpYevZJx9ksJLMTtC-47" source="CMLTtE8jSu81u8HyvpTC-587" target="wEwMwpZStO12QLeAhf4E-404" edge="1">
          <mxGeometry relative="1" as="geometry" />
        </mxCell>
        <mxCell id="wEwMwpZStO12QLeAhf4E-425" style="edgeStyle=orthogonalEdgeStyle;rounded=0;orthogonalLoop=1;jettySize=auto;html=1;exitX=0;exitY=0.5;exitDx=0;exitDy=0;entryX=1;entryY=0.5;entryDx=0;entryDy=0;" parent="uilmpYevZJx9ksJLMTtC-47" source="wEwMwpZStO12QLeAhf4E-421" target="wEwMwpZStO12QLeAhf4E-424" edge="1">
          <mxGeometry relative="1" as="geometry" />
        </mxCell>
        <mxCell id="wEwMwpZStO12QLeAhf4E-422" style="edgeStyle=orthogonalEdgeStyle;rounded=0;orthogonalLoop=1;jettySize=auto;html=1;entryX=1;entryY=0.5;entryDx=0;entryDy=0;exitX=0;exitY=0.5;exitDx=0;exitDy=0;" parent="uilmpYevZJx9ksJLMTtC-47" source="wEwMwpZStO12QLeAhf4E-410" target="wEwMwpZStO12QLeAhf4E-421" edge="1">
          <mxGeometry relative="1" as="geometry">
            <mxPoint x="1410" y="3720" as="sourcePoint" />
          </mxGeometry>
        </mxCell>
        <mxCell id="uilmpYevZJx9ksJLMTtC-231" style="edgeStyle=orthogonalEdgeStyle;rounded=0;orthogonalLoop=1;jettySize=auto;html=1;entryX=1;entryY=0.5;entryDx=0;entryDy=0;" parent="uilmpYevZJx9ksJLMTtC-47" source="uilmpYevZJx9ksJLMTtC-228" target="uilmpYevZJx9ksJLMTtC-194" edge="1">
          <mxGeometry relative="1" as="geometry">
            <mxPoint x="510.63" y="4195" as="targetPoint" />
          </mxGeometry>
        </mxCell>
      </root>
    </mxGraphModel>
  </diagram>
</mxfile>
